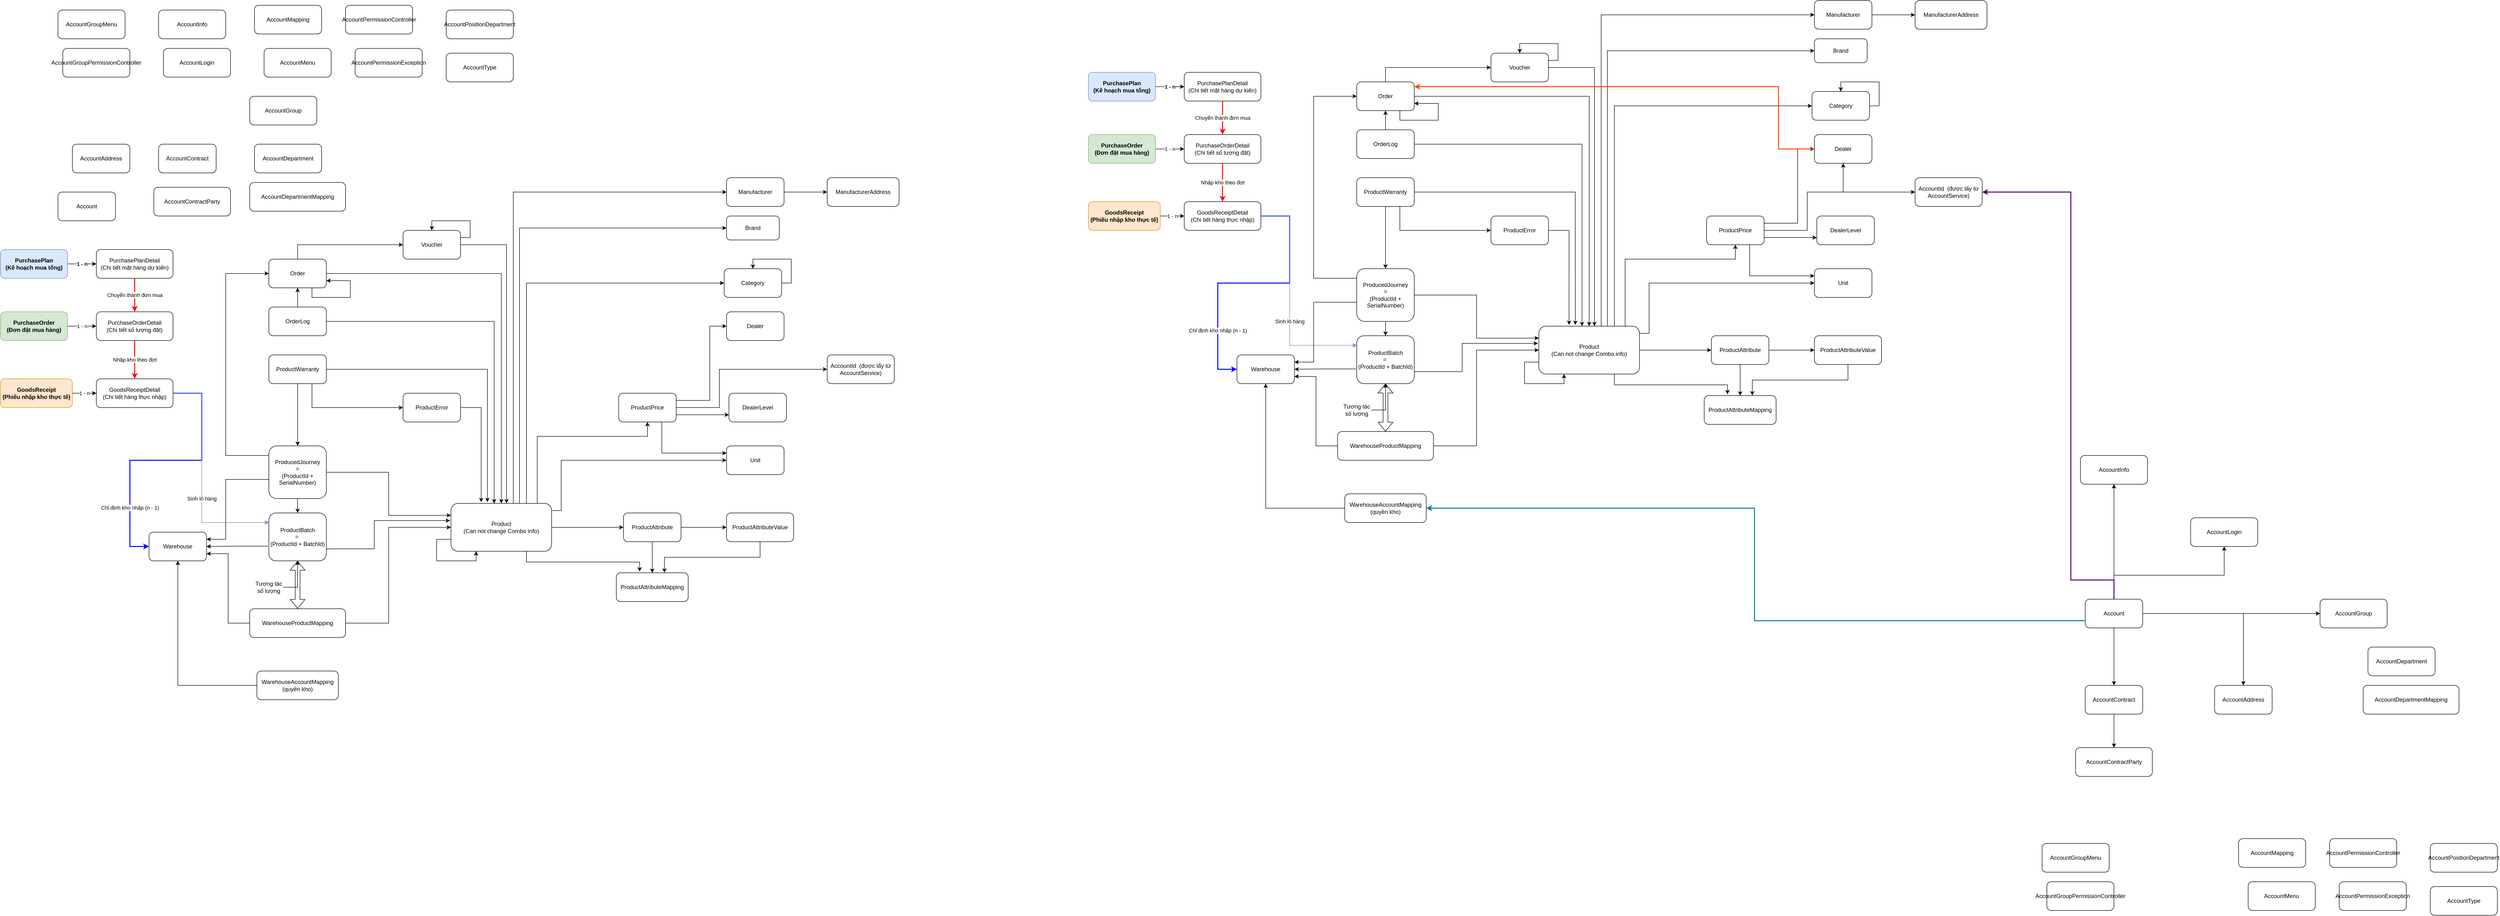
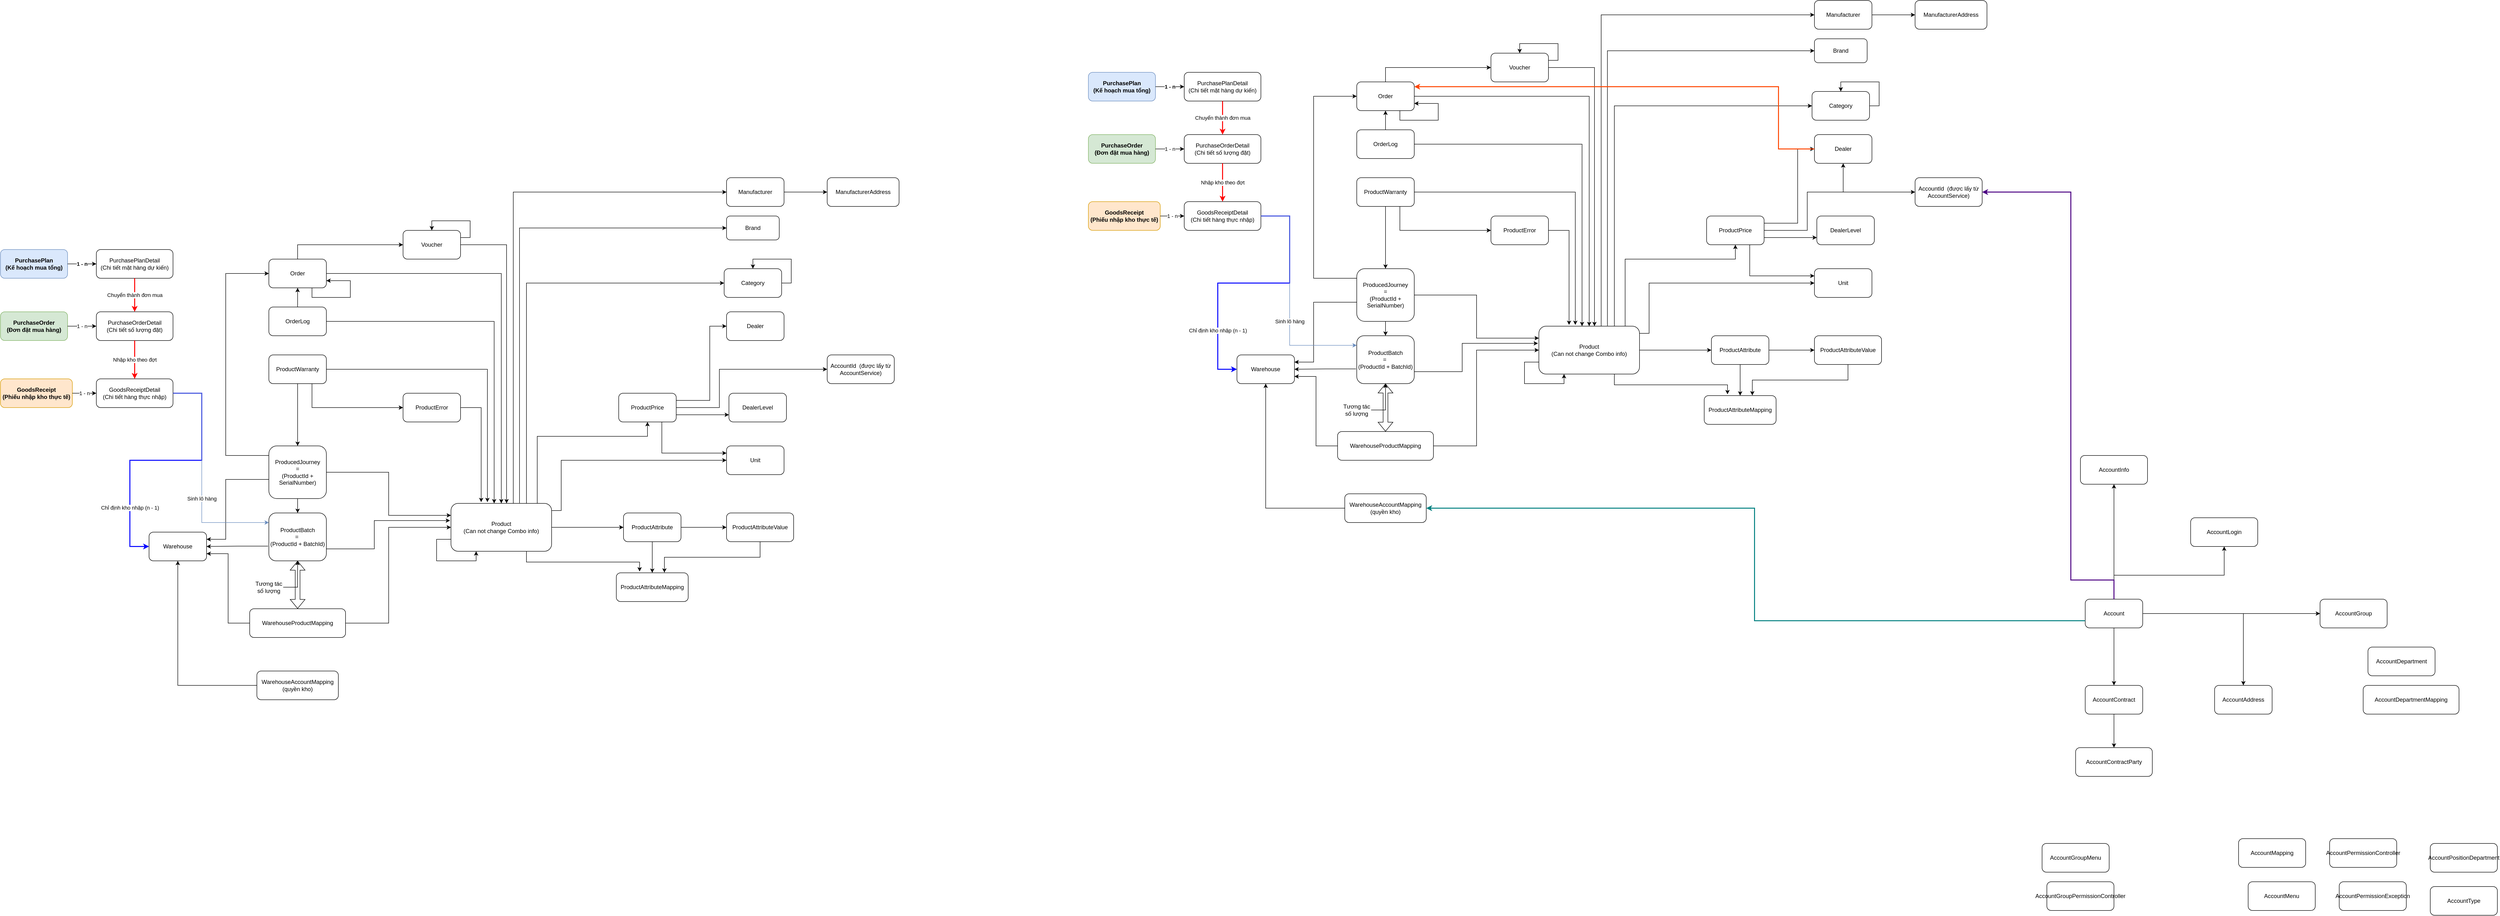
<mxfile host="app.diagrams.net">
  <diagram name="Page-1" id="X3Ej7SneoA_IpZ1JLyMx">
-     <mxGraphModel dx="6560" dy="115027" grid="1" gridSize="10" guides="1" tooltips="1" connect="1" arrows="1" fold="1" page="1" pageScale="1" pageWidth="18500" pageHeight="111000" math="0" shadow="0">
+     <mxGraphModel dx="3280" dy="113013" grid="1" gridSize="10" guides="1" tooltips="1" connect="1" arrows="1" fold="1" page="1" pageScale="1" pageWidth="18500" pageHeight="111000" math="0" shadow="0">
      <root>
        <mxCell id="0" />
        <mxCell id="1" parent="0" />
        <mxCell id="bRXCoPtnCOos5vHUt3nM-4" parent="1" style="rounded=1;whiteSpace=wrap;html=1;" value="Brand" vertex="1">
          <mxGeometry height="50" width="110" x="1625" y="160" as="geometry" />
        </mxCell>
        <mxCell id="bRXCoPtnCOos5vHUt3nM-5" parent="1" style="rounded=1;whiteSpace=wrap;html=1;" value="Category" vertex="1">
          <mxGeometry height="60" width="120" x="1620" y="270" as="geometry" />
        </mxCell>
        <mxCell id="bRXCoPtnCOos5vHUt3nM-6" parent="1" style="rounded=1;whiteSpace=wrap;html=1;" value="Dealer" vertex="1">
          <mxGeometry height="60" width="120" x="1625" y="360" as="geometry" />
        </mxCell>
        <mxCell id="bRXCoPtnCOos5vHUt3nM-7" parent="1" style="rounded=1;whiteSpace=wrap;html=1;" value="AccountId&amp;nbsp; (được lấy từ AccountService)" vertex="1">
          <mxGeometry height="60" width="140" x="1835" y="450" as="geometry" />
        </mxCell>
        <mxCell id="bRXCoPtnCOos5vHUt3nM-8" parent="1" style="rounded=1;whiteSpace=wrap;html=1;" value="DealerLevel" vertex="1">
          <mxGeometry height="60" width="120" x="1630" y="530" as="geometry" />
        </mxCell>
        <mxCell id="n3FyrpiHLGzsT291LhVI-31" edge="1" parent="1" source="bRXCoPtnCOos5vHUt3nM-11" style="edgeStyle=orthogonalEdgeStyle;rounded=0;orthogonalLoop=1;jettySize=auto;html=1;exitX=1;exitY=0.5;exitDx=0;exitDy=0;entryX=0;entryY=0.5;entryDx=0;entryDy=0;" target="bRXCoPtnCOos5vHUt3nM-12">
          <mxGeometry relative="1" as="geometry" />
        </mxCell>
        <mxCell id="bRXCoPtnCOos5vHUt3nM-11" parent="1" style="rounded=1;whiteSpace=wrap;html=1;" value="Manufacturer" vertex="1">
          <mxGeometry height="60" width="120" x="1625" y="80" as="geometry" />
        </mxCell>
        <mxCell id="bRXCoPtnCOos5vHUt3nM-12" parent="1" style="rounded=1;whiteSpace=wrap;html=1;" value="ManufacturerAddress" vertex="1">
          <mxGeometry height="60" width="150" x="1835" y="80" as="geometry" />
        </mxCell>
        <mxCell id="n3FyrpiHLGzsT291LhVI-44" edge="1" parent="1" source="bRXCoPtnCOos5vHUt3nM-13" style="edgeStyle=orthogonalEdgeStyle;rounded=0;orthogonalLoop=1;jettySize=auto;html=1;exitX=0.5;exitY=0;exitDx=0;exitDy=0;entryX=0;entryY=0.5;entryDx=0;entryDy=0;" target="n3FyrpiHLGzsT291LhVI-9">
          <mxGeometry relative="1" as="geometry">
            <Array as="points">
              <mxPoint x="730" y="220" />
            </Array>
          </mxGeometry>
        </mxCell>
        <mxCell id="n3FyrpiHLGzsT291LhVI-49" edge="1" parent="1" source="bRXCoPtnCOos5vHUt3nM-13" style="edgeStyle=orthogonalEdgeStyle;rounded=0;orthogonalLoop=1;jettySize=auto;html=1;exitX=1;exitY=0.5;exitDx=0;exitDy=0;entryX=0.5;entryY=0;entryDx=0;entryDy=0;" target="bRXCoPtnCOos5vHUt3nM-16">
          <mxGeometry relative="1" as="geometry">
            <Array as="points">
              <mxPoint x="1155" y="280" />
            </Array>
          </mxGeometry>
        </mxCell>
        <mxCell id="bRXCoPtnCOos5vHUt3nM-13" parent="1" style="rounded=1;whiteSpace=wrap;html=1;" value="Order" vertex="1">
          <mxGeometry height="60" width="120" x="670" y="250" as="geometry" />
        </mxCell>
        <mxCell id="n3FyrpiHLGzsT291LhVI-45" edge="1" parent="1" source="bRXCoPtnCOos5vHUt3nM-14" style="edgeStyle=orthogonalEdgeStyle;rounded=0;orthogonalLoop=1;jettySize=auto;html=1;exitX=0;exitY=0.5;exitDx=0;exitDy=0;" target="bRXCoPtnCOos5vHUt3nM-13">
          <mxGeometry relative="1" as="geometry" />
        </mxCell>
        <mxCell id="bRXCoPtnCOos5vHUt3nM-14" parent="1" style="rounded=1;whiteSpace=wrap;html=1;direction=south;" value="OrderLog" vertex="1">
          <mxGeometry height="60" width="120" x="670" y="350" as="geometry" />
        </mxCell>
        <mxCell id="n3FyrpiHLGzsT291LhVI-33" edge="1" parent="1" source="bRXCoPtnCOos5vHUt3nM-15" style="edgeStyle=orthogonalEdgeStyle;rounded=0;orthogonalLoop=1;jettySize=auto;html=1;exitX=1;exitY=0.5;exitDx=0;exitDy=0;entryX=0;entryY=0.25;entryDx=0;entryDy=0;" target="bRXCoPtnCOos5vHUt3nM-16">
          <mxGeometry relative="1" as="geometry" />
        </mxCell>
        <mxCell id="n3FyrpiHLGzsT291LhVI-35" edge="1" parent="1" source="bRXCoPtnCOos5vHUt3nM-15" style="edgeStyle=orthogonalEdgeStyle;rounded=0;orthogonalLoop=1;jettySize=auto;html=1;exitX=0.5;exitY=1;exitDx=0;exitDy=0;" target="bRXCoPtnCOos5vHUt3nM-20">
          <mxGeometry relative="1" as="geometry" />
        </mxCell>
        <mxCell id="n3FyrpiHLGzsT291LhVI-36" edge="1" parent="1" source="bRXCoPtnCOos5vHUt3nM-15" style="edgeStyle=orthogonalEdgeStyle;rounded=0;orthogonalLoop=1;jettySize=auto;html=1;exitX=0.006;exitY=0.659;exitDx=0;exitDy=0;entryX=1;entryY=0.25;entryDx=0;entryDy=0;exitPerimeter=0;" target="n3FyrpiHLGzsT291LhVI-10">
          <mxGeometry relative="1" as="geometry">
            <Array as="points">
              <mxPoint x="671" y="710" />
              <mxPoint x="580" y="710" />
              <mxPoint x="580" y="835" />
            </Array>
          </mxGeometry>
        </mxCell>
        <mxCell id="n3FyrpiHLGzsT291LhVI-51" edge="1" parent="1" source="bRXCoPtnCOos5vHUt3nM-15" style="edgeStyle=orthogonalEdgeStyle;rounded=0;orthogonalLoop=1;jettySize=auto;html=1;exitX=0;exitY=0.25;exitDx=0;exitDy=0;entryX=0;entryY=0.5;entryDx=0;entryDy=0;" target="bRXCoPtnCOos5vHUt3nM-13">
          <mxGeometry relative="1" as="geometry">
            <Array as="points">
              <mxPoint x="670" y="660" />
              <mxPoint x="580" y="660" />
              <mxPoint x="580" y="280" />
            </Array>
          </mxGeometry>
        </mxCell>
        <mxCell id="bRXCoPtnCOos5vHUt3nM-15" parent="1" style="rounded=1;whiteSpace=wrap;html=1;" value="ProducedJourney&lt;div&gt;&amp;nbsp;=&amp;nbsp;&lt;/div&gt;&lt;div&gt;(ProductId + SerialNumber)&lt;/div&gt;" vertex="1">
          <mxGeometry height="110" width="120" x="670" y="640" as="geometry" />
        </mxCell>
        <mxCell id="n3FyrpiHLGzsT291LhVI-14" edge="1" parent="1" source="bRXCoPtnCOos5vHUt3nM-16" style="edgeStyle=orthogonalEdgeStyle;rounded=0;orthogonalLoop=1;jettySize=auto;html=1;exitX=1;exitY=0.5;exitDx=0;exitDy=0;entryX=0;entryY=0.5;entryDx=0;entryDy=0;" target="bRXCoPtnCOos5vHUt3nM-17">
          <mxGeometry relative="1" as="geometry" />
        </mxCell>
        <mxCell id="n3FyrpiHLGzsT291LhVI-16" edge="1" parent="1" source="bRXCoPtnCOos5vHUt3nM-16" style="edgeStyle=orthogonalEdgeStyle;rounded=0;orthogonalLoop=1;jettySize=auto;html=1;exitX=0.75;exitY=1;exitDx=0;exitDy=0;entryX=0.324;entryY=-0.046;entryDx=0;entryDy=0;entryPerimeter=0;" target="bRXCoPtnCOos5vHUt3nM-18">
          <mxGeometry relative="1" as="geometry" />
        </mxCell>
        <mxCell id="n3FyrpiHLGzsT291LhVI-19" edge="1" parent="1" source="bRXCoPtnCOos5vHUt3nM-16" style="edgeStyle=orthogonalEdgeStyle;rounded=0;orthogonalLoop=1;jettySize=auto;html=1;exitX=0.75;exitY=0;exitDx=0;exitDy=0;entryX=0.5;entryY=1;entryDx=0;entryDy=0;" target="n3FyrpiHLGzsT291LhVI-1">
          <mxGeometry relative="1" as="geometry">
            <Array as="points">
              <mxPoint x="1230" y="620" />
              <mxPoint x="1460" y="620" />
            </Array>
          </mxGeometry>
        </mxCell>
        <mxCell id="n3FyrpiHLGzsT291LhVI-25" edge="1" parent="1" source="bRXCoPtnCOos5vHUt3nM-16" style="edgeStyle=orthogonalEdgeStyle;rounded=0;orthogonalLoop=1;jettySize=auto;html=1;exitX=0.75;exitY=0;exitDx=0;exitDy=0;entryX=0;entryY=0.5;entryDx=0;entryDy=0;" target="bRXCoPtnCOos5vHUt3nM-5">
          <mxGeometry relative="1" as="geometry" />
        </mxCell>
        <mxCell id="n3FyrpiHLGzsT291LhVI-27" edge="1" parent="1" source="bRXCoPtnCOos5vHUt3nM-16" style="edgeStyle=orthogonalEdgeStyle;rounded=0;orthogonalLoop=1;jettySize=auto;html=1;exitX=0.681;exitY=-0.007;exitDx=0;exitDy=0;entryX=0;entryY=0.5;entryDx=0;entryDy=0;exitPerimeter=0;" target="bRXCoPtnCOos5vHUt3nM-4">
          <mxGeometry relative="1" as="geometry" />
        </mxCell>
        <mxCell id="n3FyrpiHLGzsT291LhVI-28" edge="1" parent="1" source="bRXCoPtnCOos5vHUt3nM-16" style="edgeStyle=orthogonalEdgeStyle;rounded=0;orthogonalLoop=1;jettySize=auto;html=1;exitX=1;exitY=0.25;exitDx=0;exitDy=0;entryX=0;entryY=0.5;entryDx=0;entryDy=0;" target="n3FyrpiHLGzsT291LhVI-8">
          <mxGeometry relative="1" as="geometry">
            <Array as="points">
              <mxPoint x="1280" y="775" />
              <mxPoint x="1280" y="670" />
            </Array>
          </mxGeometry>
        </mxCell>
        <mxCell id="n3FyrpiHLGzsT291LhVI-47" edge="1" parent="1" source="bRXCoPtnCOos5vHUt3nM-16" style="edgeStyle=orthogonalEdgeStyle;rounded=0;orthogonalLoop=1;jettySize=auto;html=1;exitX=0.636;exitY=0.013;exitDx=0;exitDy=0;entryX=0;entryY=0.5;entryDx=0;entryDy=0;exitPerimeter=0;" target="bRXCoPtnCOos5vHUt3nM-11">
          <mxGeometry relative="1" as="geometry">
            <Array as="points">
              <mxPoint x="1180" y="761" />
              <mxPoint x="1180" y="110" />
            </Array>
          </mxGeometry>
        </mxCell>
        <mxCell id="bRXCoPtnCOos5vHUt3nM-16" parent="1" style="rounded=1;whiteSpace=wrap;html=1;" value="Product&lt;div&gt;(Can not change Combo info)&lt;/div&gt;" vertex="1">
          <mxGeometry height="100" width="210" x="1050" y="760" as="geometry" />
        </mxCell>
        <mxCell id="n3FyrpiHLGzsT291LhVI-15" edge="1" parent="1" source="bRXCoPtnCOos5vHUt3nM-17" style="edgeStyle=orthogonalEdgeStyle;rounded=0;orthogonalLoop=1;jettySize=auto;html=1;exitX=1;exitY=0.5;exitDx=0;exitDy=0;entryX=0;entryY=0.5;entryDx=0;entryDy=0;" target="bRXCoPtnCOos5vHUt3nM-19">
          <mxGeometry relative="1" as="geometry" />
        </mxCell>
        <mxCell id="n3FyrpiHLGzsT291LhVI-17" edge="1" parent="1" source="bRXCoPtnCOos5vHUt3nM-17" style="edgeStyle=orthogonalEdgeStyle;rounded=0;orthogonalLoop=1;jettySize=auto;html=1;exitX=0.5;exitY=1;exitDx=0;exitDy=0;entryX=0.5;entryY=0;entryDx=0;entryDy=0;" target="bRXCoPtnCOos5vHUt3nM-18">
          <mxGeometry relative="1" as="geometry" />
        </mxCell>
        <mxCell id="bRXCoPtnCOos5vHUt3nM-17" parent="1" style="rounded=1;whiteSpace=wrap;html=1;" value="ProductAttribute" vertex="1">
          <mxGeometry height="60" width="120" x="1410" y="780" as="geometry" />
        </mxCell>
        <mxCell id="bRXCoPtnCOos5vHUt3nM-18" parent="1" style="rounded=1;whiteSpace=wrap;html=1;" value="ProductAttributeMapping" vertex="1">
          <mxGeometry height="60" width="150" x="1395" y="905" as="geometry" />
        </mxCell>
        <mxCell id="bRXCoPtnCOos5vHUt3nM-19" parent="1" style="rounded=1;whiteSpace=wrap;html=1;" value="ProductAttributeValue" vertex="1">
          <mxGeometry height="60" width="140" x="1625" y="780" as="geometry" />
        </mxCell>
        <mxCell id="n3FyrpiHLGzsT291LhVI-37" edge="1" parent="1" source="bRXCoPtnCOos5vHUt3nM-20" style="edgeStyle=orthogonalEdgeStyle;rounded=0;orthogonalLoop=1;jettySize=auto;html=1;exitX=-0.014;exitY=0.692;exitDx=0;exitDy=0;entryX=1;entryY=0.5;entryDx=0;entryDy=0;exitPerimeter=0;" target="n3FyrpiHLGzsT291LhVI-10">
          <mxGeometry relative="1" as="geometry" />
        </mxCell>
        <mxCell id="bRXCoPtnCOos5vHUt3nM-20" parent="1" style="rounded=1;whiteSpace=wrap;html=1;" value="ProductBatch&lt;div&gt;=&amp;nbsp;&lt;/div&gt;&lt;div&gt;(ProductId + BatchId)&lt;/div&gt;" vertex="1">
          <mxGeometry height="100" width="120" x="670" y="780" as="geometry" />
        </mxCell>
        <mxCell id="bRXCoPtnCOos5vHUt3nM-21" parent="1" style="rounded=1;whiteSpace=wrap;html=1;" value="ProductError" vertex="1">
          <mxGeometry height="60" width="120" x="950" y="530" as="geometry" />
        </mxCell>
        <mxCell id="n3FyrpiHLGzsT291LhVI-21" edge="1" parent="1" source="n3FyrpiHLGzsT291LhVI-1" style="edgeStyle=orthogonalEdgeStyle;rounded=0;orthogonalLoop=1;jettySize=auto;html=1;exitX=1;exitY=0.75;exitDx=0;exitDy=0;entryX=0;entryY=0.75;entryDx=0;entryDy=0;" target="bRXCoPtnCOos5vHUt3nM-8">
          <mxGeometry relative="1" as="geometry" />
        </mxCell>
        <mxCell id="n3FyrpiHLGzsT291LhVI-22" edge="1" parent="1" source="n3FyrpiHLGzsT291LhVI-1" style="edgeStyle=orthogonalEdgeStyle;rounded=0;orthogonalLoop=1;jettySize=auto;html=1;exitX=1;exitY=0.5;exitDx=0;exitDy=0;entryX=0;entryY=0.5;entryDx=0;entryDy=0;" target="bRXCoPtnCOos5vHUt3nM-7">
          <mxGeometry relative="1" as="geometry">
            <Array as="points">
              <mxPoint x="1610" y="560" />
              <mxPoint x="1610" y="480" />
            </Array>
          </mxGeometry>
        </mxCell>
        <mxCell id="n3FyrpiHLGzsT291LhVI-23" edge="1" parent="1" source="n3FyrpiHLGzsT291LhVI-1" style="edgeStyle=orthogonalEdgeStyle;rounded=0;orthogonalLoop=1;jettySize=auto;html=1;exitX=1;exitY=0.25;exitDx=0;exitDy=0;entryX=0;entryY=0.5;entryDx=0;entryDy=0;" target="bRXCoPtnCOos5vHUt3nM-6">
          <mxGeometry relative="1" as="geometry">
            <Array as="points">
              <mxPoint x="1590" y="545" />
              <mxPoint x="1590" y="390" />
            </Array>
          </mxGeometry>
        </mxCell>
        <mxCell id="n3FyrpiHLGzsT291LhVI-56" edge="1" parent="1" source="n3FyrpiHLGzsT291LhVI-1" style="edgeStyle=orthogonalEdgeStyle;rounded=0;orthogonalLoop=1;jettySize=auto;html=1;exitX=0.75;exitY=1;exitDx=0;exitDy=0;entryX=0;entryY=0.25;entryDx=0;entryDy=0;" target="n3FyrpiHLGzsT291LhVI-8">
          <mxGeometry relative="1" as="geometry" />
        </mxCell>
        <mxCell id="n3FyrpiHLGzsT291LhVI-1" parent="1" style="rounded=1;whiteSpace=wrap;html=1;" value="ProductPrice" vertex="1">
          <mxGeometry height="60" width="120" x="1400" y="530" as="geometry" />
        </mxCell>
        <mxCell id="n3FyrpiHLGzsT291LhVI-52" edge="1" parent="1" source="n3FyrpiHLGzsT291LhVI-2" style="edgeStyle=orthogonalEdgeStyle;rounded=0;orthogonalLoop=1;jettySize=auto;html=1;exitX=0.5;exitY=1;exitDx=0;exitDy=0;entryX=0.5;entryY=0;entryDx=0;entryDy=0;" target="bRXCoPtnCOos5vHUt3nM-15">
          <mxGeometry relative="1" as="geometry" />
        </mxCell>
        <mxCell id="n3FyrpiHLGzsT291LhVI-58" edge="1" parent="1" source="n3FyrpiHLGzsT291LhVI-2" style="edgeStyle=orthogonalEdgeStyle;rounded=0;orthogonalLoop=1;jettySize=auto;html=1;exitX=0.75;exitY=1;exitDx=0;exitDy=0;entryX=0;entryY=0.5;entryDx=0;entryDy=0;" target="bRXCoPtnCOos5vHUt3nM-21">
          <mxGeometry relative="1" as="geometry" />
        </mxCell>
        <mxCell id="n3FyrpiHLGzsT291LhVI-2" parent="1" style="rounded=1;whiteSpace=wrap;html=1;" value="ProductWarranty" vertex="1">
          <mxGeometry height="60" width="120" x="670" y="450" as="geometry" />
        </mxCell>
        <mxCell id="n3FyrpiHLGzsT291LhVI-8" parent="1" style="rounded=1;whiteSpace=wrap;html=1;" value="Unit" vertex="1">
          <mxGeometry height="60" width="120" x="1625" y="640" as="geometry" />
        </mxCell>
        <mxCell id="n3FyrpiHLGzsT291LhVI-43" edge="1" parent="1" source="n3FyrpiHLGzsT291LhVI-9" style="edgeStyle=orthogonalEdgeStyle;rounded=0;orthogonalLoop=1;jettySize=auto;html=1;exitX=1;exitY=0.5;exitDx=0;exitDy=0;">
          <mxGeometry relative="1" as="geometry">
            <Array as="points">
              <mxPoint x="1166" y="220" />
            </Array>
            <mxPoint x="1166" y="760" as="targetPoint" />
          </mxGeometry>
        </mxCell>
        <mxCell id="AxulSBX_V0fGFe2LzLWX-1" edge="1" parent="1" source="n3FyrpiHLGzsT291LhVI-9" style="edgeStyle=orthogonalEdgeStyle;rounded=0;orthogonalLoop=1;jettySize=auto;html=1;exitX=1;exitY=0.25;exitDx=0;exitDy=0;innerLoopWaypoints=1;entryX=0.5;entryY=0;entryDx=0;entryDy=0;" target="n3FyrpiHLGzsT291LhVI-9">
          <mxGeometry relative="1" as="geometry">
            <Array as="points">
              <mxPoint x="1090" y="205" />
              <mxPoint x="1090" y="170" />
              <mxPoint x="1010" y="170" />
            </Array>
            <mxPoint x="1030" y="180" as="targetPoint" />
          </mxGeometry>
        </mxCell>
        <mxCell id="n3FyrpiHLGzsT291LhVI-9" parent="1" style="rounded=1;whiteSpace=wrap;html=1;" value="Voucher" vertex="1">
          <mxGeometry height="60" width="120" x="950" y="190" as="geometry" />
        </mxCell>
        <mxCell id="n3FyrpiHLGzsT291LhVI-10" parent="1" style="rounded=1;whiteSpace=wrap;html=1;" value="Warehouse" vertex="1">
          <mxGeometry height="60" width="120" x="420" y="820" as="geometry" />
        </mxCell>
        <mxCell id="n3FyrpiHLGzsT291LhVI-53" edge="1" parent="1" source="n3FyrpiHLGzsT291LhVI-11" style="edgeStyle=orthogonalEdgeStyle;rounded=0;orthogonalLoop=1;jettySize=auto;html=1;exitX=0;exitY=0.5;exitDx=0;exitDy=0;entryX=0.5;entryY=1;entryDx=0;entryDy=0;" target="n3FyrpiHLGzsT291LhVI-10">
          <mxGeometry relative="1" as="geometry" />
        </mxCell>
        <mxCell id="n3FyrpiHLGzsT291LhVI-11" parent="1" style="rounded=1;whiteSpace=wrap;html=1;" value="WarehouseAccountMapping&lt;div&gt;(quyền kho)&lt;/div&gt;" vertex="1">
          <mxGeometry height="60" width="170" x="645" y="1110" as="geometry" />
        </mxCell>
        <mxCell id="n3FyrpiHLGzsT291LhVI-41" edge="1" parent="1" source="n3FyrpiHLGzsT291LhVI-12" style="edgeStyle=orthogonalEdgeStyle;rounded=0;orthogonalLoop=1;jettySize=auto;html=1;exitX=0;exitY=0.5;exitDx=0;exitDy=0;entryX=1;entryY=0.75;entryDx=0;entryDy=0;" target="n3FyrpiHLGzsT291LhVI-10">
          <mxGeometry relative="1" as="geometry" />
        </mxCell>
        <mxCell id="AxulSBX_V0fGFe2LzLWX-5" edge="1" parent="1" source="n3FyrpiHLGzsT291LhVI-12" style="edgeStyle=orthogonalEdgeStyle;rounded=0;orthogonalLoop=1;jettySize=auto;html=1;exitX=1;exitY=0.5;exitDx=0;exitDy=0;entryX=0;entryY=0.5;entryDx=0;entryDy=0;" target="bRXCoPtnCOos5vHUt3nM-16">
          <mxGeometry relative="1" as="geometry">
            <Array as="points">
              <mxPoint x="920" y="1010" />
              <mxPoint x="920" y="810" />
            </Array>
          </mxGeometry>
        </mxCell>
        <mxCell id="n3FyrpiHLGzsT291LhVI-12" parent="1" style="rounded=1;whiteSpace=wrap;html=1;" value="WarehouseProductMapping" vertex="1">
          <mxGeometry height="60" width="200" x="630" y="980" as="geometry" />
        </mxCell>
        <mxCell id="n3FyrpiHLGzsT291LhVI-18" edge="1" parent="1" source="bRXCoPtnCOos5vHUt3nM-19" style="edgeStyle=orthogonalEdgeStyle;rounded=0;orthogonalLoop=1;jettySize=auto;html=1;exitX=0.5;exitY=1;exitDx=0;exitDy=0;entryX=0.669;entryY=-0.007;entryDx=0;entryDy=0;entryPerimeter=0;" target="bRXCoPtnCOos5vHUt3nM-18">
          <mxGeometry relative="1" as="geometry" />
        </mxCell>
        <mxCell id="n3FyrpiHLGzsT291LhVI-24" edge="1" parent="1" source="bRXCoPtnCOos5vHUt3nM-5" style="edgeStyle=orthogonalEdgeStyle;rounded=0;orthogonalLoop=1;jettySize=auto;html=1;exitX=1;exitY=0.5;exitDx=0;exitDy=0;entryX=0.5;entryY=0;entryDx=0;entryDy=0;innerLoopWaypoints=1;" target="bRXCoPtnCOos5vHUt3nM-5">
          <mxGeometry relative="1" as="geometry">
            <Array as="points">
              <mxPoint x="1760" y="300" />
              <mxPoint x="1760" y="250" />
              <mxPoint x="1680" y="250" />
            </Array>
          </mxGeometry>
        </mxCell>
        <mxCell id="n3FyrpiHLGzsT291LhVI-38" edge="1" parent="1" source="n3FyrpiHLGzsT291LhVI-12" style="shape=flexArrow;endArrow=classic;startArrow=classic;html=1;rounded=0;entryX=0.5;entryY=1;entryDx=0;entryDy=0;exitX=0.5;exitY=0;exitDx=0;exitDy=0;" target="bRXCoPtnCOos5vHUt3nM-20" value="">
          <mxGeometry height="100" relative="1" width="100" as="geometry">
            <mxPoint x="650" y="980" as="sourcePoint" />
            <mxPoint x="750" y="880" as="targetPoint" />
          </mxGeometry>
        </mxCell>
        <mxCell id="n3FyrpiHLGzsT291LhVI-40" edge="1" parent="1" source="n3FyrpiHLGzsT291LhVI-39" style="edgeStyle=orthogonalEdgeStyle;rounded=0;orthogonalLoop=1;jettySize=auto;html=1;exitX=1;exitY=0.5;exitDx=0;exitDy=0;entryX=0.5;entryY=1;entryDx=0;entryDy=0;" target="bRXCoPtnCOos5vHUt3nM-20">
          <mxGeometry relative="1" as="geometry" />
        </mxCell>
        <mxCell id="n3FyrpiHLGzsT291LhVI-39" parent="1" style="text;html=1;whiteSpace=wrap;strokeColor=none;fillColor=none;align=center;verticalAlign=middle;rounded=0;" value="Tương tác số lượng" vertex="1">
          <mxGeometry height="30" width="60" x="640" y="920" as="geometry" />
        </mxCell>
        <mxCell id="n3FyrpiHLGzsT291LhVI-46" edge="1" parent="1" source="n3FyrpiHLGzsT291LhVI-2" style="edgeStyle=orthogonalEdgeStyle;rounded=0;orthogonalLoop=1;jettySize=auto;html=1;exitX=1;exitY=0.5;exitDx=0;exitDy=0;entryX=0.362;entryY=-0.026;entryDx=0;entryDy=0;entryPerimeter=0;" target="bRXCoPtnCOos5vHUt3nM-16">
          <mxGeometry relative="1" as="geometry" />
        </mxCell>
        <mxCell id="n3FyrpiHLGzsT291LhVI-50" edge="1" parent="1" source="bRXCoPtnCOos5vHUt3nM-14" style="edgeStyle=orthogonalEdgeStyle;rounded=0;orthogonalLoop=1;jettySize=auto;html=1;exitX=0.5;exitY=0;exitDx=0;exitDy=0;entryX=0.429;entryY=0;entryDx=0;entryDy=0;entryPerimeter=0;" target="bRXCoPtnCOos5vHUt3nM-16">
          <mxGeometry relative="1" as="geometry" />
        </mxCell>
        <mxCell id="n3FyrpiHLGzsT291LhVI-57" edge="1" parent="1" source="bRXCoPtnCOos5vHUt3nM-21" style="edgeStyle=orthogonalEdgeStyle;rounded=0;orthogonalLoop=1;jettySize=auto;html=1;exitX=1;exitY=0.5;exitDx=0;exitDy=0;entryX=0.3;entryY=-0.026;entryDx=0;entryDy=0;entryPerimeter=0;" target="bRXCoPtnCOos5vHUt3nM-16">
          <mxGeometry relative="1" as="geometry" />
        </mxCell>
        <mxCell id="PWnPaHJ6BF9YL0BDL13Q-1" parent="1" style="rounded=1;whiteSpace=wrap;html=1;fillColor=#dae8fc;strokeColor=#6c8ebf;fontStyle=1;" value="PurchasePlan&#xa;(Kế hoạch mua tổng)" vertex="1">
          <mxGeometry height="60" width="140" x="110" y="230" as="geometry" />
        </mxCell>
        <mxCell id="PWnPaHJ6BF9YL0BDL13Q-2" parent="1" style="rounded=1;whiteSpace=wrap;html=1;" value="PurchasePlanDetail&#xa;(Chi tiết mặt hàng dự kiến)" vertex="1">
          <mxGeometry height="60" width="160" x="310" y="230" as="geometry" />
        </mxCell>
        <mxCell id="PWnPaHJ6BF9YL0BDL13Q-3" edge="1" parent="1" source="PWnPaHJ6BF9YL0BDL13Q-1" style="edgeStyle=orthogonalEdgeStyle;rounded=0;html=1;fontStyle=1;" target="PWnPaHJ6BF9YL0BDL13Q-2" value="1 - n">
          <mxGeometry relative="1" as="geometry" />
        </mxCell>
        <mxCell id="PWnPaHJ6BF9YL0BDL13Q-4" parent="1" style="rounded=1;whiteSpace=wrap;html=1;fillColor=#d5e8d4;strokeColor=#82b366;fontStyle=1;" value="PurchaseOrder&#xa;(Đơn đặt mua hàng)" vertex="1">
          <mxGeometry height="60" width="140" x="110" y="360" as="geometry" />
        </mxCell>
        <mxCell id="PWnPaHJ6BF9YL0BDL13Q-5" parent="1" style="rounded=1;whiteSpace=wrap;html=1;" value="PurchaseOrderDetail&#xa;(Chi tiết số lượng đặt)" vertex="1">
          <mxGeometry height="60" width="160" x="310" y="360" as="geometry" />
        </mxCell>
        <mxCell id="PWnPaHJ6BF9YL0BDL13Q-6" edge="1" parent="1" source="PWnPaHJ6BF9YL0BDL13Q-4" style="edgeStyle=orthogonalEdgeStyle;rounded=0;html=1;" target="PWnPaHJ6BF9YL0BDL13Q-5" value="1 - n">
          <mxGeometry relative="1" as="geometry" />
        </mxCell>
        <mxCell id="PWnPaHJ6BF9YL0BDL13Q-7" edge="1" parent="1" source="PWnPaHJ6BF9YL0BDL13Q-2" style="edgeStyle=orthogonalEdgeStyle;rounded=0;html=1;strokeWidth=2;strokeColor=#ff0000;" target="PWnPaHJ6BF9YL0BDL13Q-5" value="Chuyển thành đơn mua">
          <mxGeometry relative="1" as="geometry">
            <mxPoint x="390" y="320" as="targetPoint" />
          </mxGeometry>
        </mxCell>
        <mxCell id="PWnPaHJ6BF9YL0BDL13Q-8" parent="1" style="rounded=1;whiteSpace=wrap;html=1;fillColor=#ffe6cc;strokeColor=#d79b00;fontStyle=1;" value="GoodsReceipt&#xa;(Phiếu nhập kho thực tế)" vertex="1">
          <mxGeometry height="60" width="150" x="110" y="500" as="geometry" />
        </mxCell>
        <mxCell id="PWnPaHJ6BF9YL0BDL13Q-9" parent="1" style="rounded=1;whiteSpace=wrap;html=1;" value="GoodsReceiptDetail&#xa;(Chi tiết hàng thực nhập)" vertex="1">
          <mxGeometry height="60" width="160" x="310" y="500" as="geometry" />
        </mxCell>
        <mxCell id="PWnPaHJ6BF9YL0BDL13Q-10" edge="1" parent="1" source="PWnPaHJ6BF9YL0BDL13Q-8" style="edgeStyle=orthogonalEdgeStyle;rounded=0;html=1;" target="PWnPaHJ6BF9YL0BDL13Q-9" value="1 - n">
          <mxGeometry relative="1" as="geometry" />
        </mxCell>
        <mxCell id="PWnPaHJ6BF9YL0BDL13Q-11" edge="1" parent="1" source="PWnPaHJ6BF9YL0BDL13Q-5" style="edgeStyle=orthogonalEdgeStyle;rounded=0;html=1;strokeWidth=2;strokeColor=#ff0000;" target="PWnPaHJ6BF9YL0BDL13Q-9" value="Nhập kho theo đợt">
          <mxGeometry relative="1" as="geometry" />
        </mxCell>
        <mxCell id="PWnPaHJ6BF9YL0BDL13Q-13" edge="1" parent="1" source="PWnPaHJ6BF9YL0BDL13Q-9" style="edgeStyle=orthogonalEdgeStyle;rounded=0;html=1;strokeWidth=2;strokeColor=#0000ff;entryX=0;entryY=0.5;entryDx=0;entryDy=0;exitX=1;exitY=0.5;exitDx=0;exitDy=0;" target="n3FyrpiHLGzsT291LhVI-10" value="Chỉ định kho nhập (n - 1)">
          <mxGeometry relative="1" x="0.5745" as="geometry">
            <mxPoint as="offset" />
            <Array as="points">
              <mxPoint x="530" y="530" />
              <mxPoint x="530" y="670" />
              <mxPoint x="380" y="670" />
              <mxPoint x="380" y="850" />
            </Array>
          </mxGeometry>
        </mxCell>
        <mxCell id="PWnPaHJ6BF9YL0BDL13Q-15" edge="1" parent="1" source="PWnPaHJ6BF9YL0BDL13Q-9" style="edgeStyle=orthogonalEdgeStyle;rounded=0;html=1;strokeWidth=1;strokeColor=#6c8ebf;fillColor=#dae8fc;" value="Sinh lô hàng">
          <mxGeometry relative="1" x="0.1915" as="geometry">
            <mxPoint as="offset" />
            <Array as="points">
              <mxPoint x="530" y="530" />
              <mxPoint x="530" y="800" />
            </Array>
            <mxPoint x="670" y="800" as="targetPoint" />
          </mxGeometry>
        </mxCell>
        <mxCell id="AxulSBX_V0fGFe2LzLWX-2" edge="1" parent="1" source="bRXCoPtnCOos5vHUt3nM-13" style="edgeStyle=orthogonalEdgeStyle;rounded=0;orthogonalLoop=1;jettySize=auto;html=1;innerLoopWaypoints=1;exitX=0.75;exitY=1;exitDx=0;exitDy=0;entryX=1;entryY=0.75;entryDx=0;entryDy=0;" target="bRXCoPtnCOos5vHUt3nM-13">
          <mxGeometry relative="1" as="geometry">
            <Array as="points">
              <mxPoint x="760" y="330" />
              <mxPoint x="840" y="330" />
              <mxPoint x="840" y="295" />
            </Array>
          </mxGeometry>
        </mxCell>
        <mxCell id="AxulSBX_V0fGFe2LzLWX-4" edge="1" parent="1" source="bRXCoPtnCOos5vHUt3nM-20" style="edgeStyle=orthogonalEdgeStyle;rounded=0;orthogonalLoop=1;jettySize=auto;html=1;exitX=1;exitY=0.75;exitDx=0;exitDy=0;entryX=-0.009;entryY=0.359;entryDx=0;entryDy=0;entryPerimeter=0;" target="bRXCoPtnCOos5vHUt3nM-16">
          <mxGeometry relative="1" as="geometry">
            <Array as="points">
              <mxPoint x="890" y="855" />
              <mxPoint x="890" y="796" />
            </Array>
          </mxGeometry>
        </mxCell>
        <mxCell id="AxulSBX_V0fGFe2LzLWX-6" edge="1" parent="1" source="bRXCoPtnCOos5vHUt3nM-16" style="edgeStyle=orthogonalEdgeStyle;rounded=0;orthogonalLoop=1;jettySize=auto;html=1;innerLoopWaypoints=1;exitX=0;exitY=0.75;exitDx=0;exitDy=0;entryX=0.25;entryY=1;entryDx=0;entryDy=0;" target="bRXCoPtnCOos5vHUt3nM-16">
          <mxGeometry relative="1" as="geometry">
            <Array as="points">
              <mxPoint x="1020" y="835" />
              <mxPoint x="1020" y="880" />
              <mxPoint x="1103" y="880" />
            </Array>
          </mxGeometry>
        </mxCell>
-         <mxCell id="hMbl2U-K0152mwasdNm7-2" parent="1" style="rounded=1;whiteSpace=wrap;html=1;" value="&lt;span style=&quot;text-align: left;&quot;&gt;Account&lt;/span&gt;" vertex="1">
-           <mxGeometry height="60" width="120" x="230" y="110" as="geometry" />
-         </mxCell>
-         <mxCell id="hMbl2U-K0152mwasdNm7-4" parent="1" style="rounded=1;whiteSpace=wrap;html=1;" value="&lt;div style=&quot;text-align: left;&quot;&gt;&lt;span style=&quot;background-color: transparent;&quot;&gt;AccountAddress&lt;/span&gt;&lt;/div&gt;" vertex="1">
-           <mxGeometry height="60" width="120" x="260" y="10" as="geometry" />
-         </mxCell>
-         <mxCell id="hMbl2U-K0152mwasdNm7-5" parent="1" style="rounded=1;whiteSpace=wrap;html=1;" value="&lt;div style=&quot;text-align: left;&quot;&gt;AccountContract&lt;/div&gt;" vertex="1">
-           <mxGeometry height="60" width="120" x="440" y="10" as="geometry" />
-         </mxCell>
-         <mxCell id="hMbl2U-K0152mwasdNm7-7" parent="1" style="rounded=1;whiteSpace=wrap;html=1;" value="&lt;div style=&quot;text-align: left;&quot;&gt;AccountContractParty&lt;/div&gt;" vertex="1">
-           <mxGeometry height="60" width="160" x="430" y="100" as="geometry" />
-         </mxCell>
-         <mxCell id="hMbl2U-K0152mwasdNm7-8" parent="1" style="rounded=1;whiteSpace=wrap;html=1;" value="&lt;div style=&quot;text-align: left;&quot;&gt;AccountDepartment&lt;/div&gt;" vertex="1">
-           <mxGeometry height="60" width="140" x="640" y="10" as="geometry" />
-         </mxCell>
-         <mxCell id="hMbl2U-K0152mwasdNm7-9" parent="1" style="rounded=1;whiteSpace=wrap;html=1;" value="&lt;div style=&quot;text-align: left;&quot;&gt;AccountDepartmentMapping&lt;/div&gt;" vertex="1">
-           <mxGeometry height="60" width="200" x="630" y="90" as="geometry" />
-         </mxCell>
-         <mxCell id="hMbl2U-K0152mwasdNm7-11" parent="1" style="rounded=1;whiteSpace=wrap;html=1;" value="&lt;div style=&quot;text-align: left;&quot;&gt;AccountGroup&lt;/div&gt;" vertex="1">
-           <mxGeometry height="60" width="140" x="630" y="-90" as="geometry" />
-         </mxCell>
-         <mxCell id="hMbl2U-K0152mwasdNm7-12" parent="1" style="rounded=1;whiteSpace=wrap;html=1;" value="&lt;div style=&quot;text-align: left;&quot;&gt;AccountGroupMenu&lt;/div&gt;" vertex="1">
-           <mxGeometry height="60" width="140" x="230" y="-270" as="geometry" />
-         </mxCell>
-         <mxCell id="hMbl2U-K0152mwasdNm7-13" parent="1" style="rounded=1;whiteSpace=wrap;html=1;" value="&lt;div style=&quot;text-align: left;&quot;&gt;AccountInfo&lt;/div&gt;" vertex="1">
-           <mxGeometry height="60" width="140" x="440" y="-270" as="geometry" />
-         </mxCell>
-         <mxCell id="hMbl2U-K0152mwasdNm7-14" parent="1" style="rounded=1;whiteSpace=wrap;html=1;" value="&lt;div style=&quot;text-align: left;&quot;&gt;AccountMapping&lt;/div&gt;" vertex="1">
-           <mxGeometry height="60" width="140" x="640" y="-280" as="geometry" />
-         </mxCell>
-         <mxCell id="hMbl2U-K0152mwasdNm7-15" parent="1" style="rounded=1;whiteSpace=wrap;html=1;" value="&lt;div style=&quot;text-align: left;&quot;&gt;AccountPermissionController&lt;/div&gt;" vertex="1">
-           <mxGeometry height="60" width="140" x="830" y="-280" as="geometry" />
-         </mxCell>
-         <mxCell id="hMbl2U-K0152mwasdNm7-16" parent="1" style="rounded=1;whiteSpace=wrap;html=1;" value="&lt;div style=&quot;text-align: left;&quot;&gt;AccountPositionDepartment&lt;/div&gt;" vertex="1">
-           <mxGeometry height="60" width="140" x="1040" y="-270" as="geometry" />
-         </mxCell>
-         <mxCell id="hMbl2U-K0152mwasdNm7-17" parent="1" style="rounded=1;whiteSpace=wrap;html=1;" value="&lt;div style=&quot;text-align: left;&quot;&gt;AccountGroupPermissionController&lt;/div&gt;" vertex="1">
-           <mxGeometry height="60" width="140" x="240" y="-190" as="geometry" />
-         </mxCell>
-         <mxCell id="hMbl2U-K0152mwasdNm7-18" parent="1" style="rounded=1;whiteSpace=wrap;html=1;" value="&lt;div style=&quot;text-align: left;&quot;&gt;AccountLogin&lt;/div&gt;" vertex="1">
-           <mxGeometry height="60" width="140" x="450" y="-190" as="geometry" />
-         </mxCell>
-         <mxCell id="hMbl2U-K0152mwasdNm7-19" parent="1" style="rounded=1;whiteSpace=wrap;html=1;" value="&lt;div style=&quot;text-align: left;&quot;&gt;AccountMenu&lt;/div&gt;" vertex="1">
-           <mxGeometry height="60" width="140" x="660" y="-190" as="geometry" />
-         </mxCell>
-         <mxCell id="hMbl2U-K0152mwasdNm7-20" parent="1" style="rounded=1;whiteSpace=wrap;html=1;" value="&lt;div style=&quot;text-align: left;&quot;&gt;AccountPermissionException&lt;/div&gt;" vertex="1">
-           <mxGeometry height="60" width="140" x="850" y="-190" as="geometry" />
-         </mxCell>
-         <mxCell id="hMbl2U-K0152mwasdNm7-21" parent="1" style="rounded=1;whiteSpace=wrap;html=1;" value="&lt;div style=&quot;text-align: left;&quot;&gt;AccountType&lt;/div&gt;" vertex="1">
-           <mxGeometry height="60" width="140" x="1040" y="-180" as="geometry" />
-         </mxCell>
        <mxCell id="hMbl2U-K0152mwasdNm7-22" parent="1" style="rounded=1;whiteSpace=wrap;html=1;" value="Brand" vertex="1">
          <mxGeometry height="50" width="110" x="3895" y="-210" as="geometry" />
        </mxCell>
        <mxCell id="hMbl2U-K0152mwasdNm7-23" parent="1" style="rounded=1;whiteSpace=wrap;html=1;" value="Category" vertex="1">
          <mxGeometry height="60" width="120" x="3890" y="-100" as="geometry" />
        </mxCell>
        <mxCell id="hMbl2U-K0152mwasdNm7-24" parent="1" style="rounded=1;whiteSpace=wrap;html=1;" value="Dealer" vertex="1">
          <mxGeometry height="60" width="120" x="3895" y="-10" as="geometry" />
        </mxCell>
        <mxCell id="hMbl2U-K0152mwasdNm7-25" parent="1" style="rounded=1;whiteSpace=wrap;html=1;" value="AccountId&amp;nbsp; (được lấy từ AccountService)" vertex="1">
          <mxGeometry height="60" width="140" x="4105" y="80" as="geometry" />
        </mxCell>
        <mxCell id="hMbl2U-K0152mwasdNm7-26" parent="1" style="rounded=1;whiteSpace=wrap;html=1;" value="DealerLevel" vertex="1">
          <mxGeometry height="60" width="120" x="3900" y="160" as="geometry" />
        </mxCell>
        <mxCell id="hMbl2U-K0152mwasdNm7-27" edge="1" parent="1" source="hMbl2U-K0152mwasdNm7-28" style="edgeStyle=orthogonalEdgeStyle;rounded=0;orthogonalLoop=1;jettySize=auto;html=1;exitX=1;exitY=0.5;exitDx=0;exitDy=0;entryX=0;entryY=0.5;entryDx=0;entryDy=0;" target="hMbl2U-K0152mwasdNm7-29">
          <mxGeometry relative="1" as="geometry" />
        </mxCell>
        <mxCell id="hMbl2U-K0152mwasdNm7-28" parent="1" style="rounded=1;whiteSpace=wrap;html=1;" value="Manufacturer" vertex="1">
          <mxGeometry height="60" width="120" x="3895" y="-290" as="geometry" />
        </mxCell>
        <mxCell id="hMbl2U-K0152mwasdNm7-29" parent="1" style="rounded=1;whiteSpace=wrap;html=1;" value="ManufacturerAddress" vertex="1">
          <mxGeometry height="60" width="150" x="4105" y="-290" as="geometry" />
        </mxCell>
        <mxCell id="hMbl2U-K0152mwasdNm7-30" edge="1" parent="1" source="hMbl2U-K0152mwasdNm7-32" style="edgeStyle=orthogonalEdgeStyle;rounded=0;orthogonalLoop=1;jettySize=auto;html=1;exitX=0.5;exitY=0;exitDx=0;exitDy=0;entryX=0;entryY=0.5;entryDx=0;entryDy=0;" target="hMbl2U-K0152mwasdNm7-67">
          <mxGeometry relative="1" as="geometry">
            <Array as="points">
              <mxPoint x="3000" y="-150" />
            </Array>
          </mxGeometry>
        </mxCell>
        <mxCell id="hMbl2U-K0152mwasdNm7-31" edge="1" parent="1" source="hMbl2U-K0152mwasdNm7-32" style="edgeStyle=orthogonalEdgeStyle;rounded=0;orthogonalLoop=1;jettySize=auto;html=1;exitX=1;exitY=0.5;exitDx=0;exitDy=0;entryX=0.5;entryY=0;entryDx=0;entryDy=0;" target="hMbl2U-K0152mwasdNm7-47">
          <mxGeometry relative="1" as="geometry">
            <Array as="points">
              <mxPoint x="3425" y="-90" />
            </Array>
          </mxGeometry>
        </mxCell>
        <mxCell id="hMbl2U-K0152mwasdNm7-32" parent="1" style="rounded=1;whiteSpace=wrap;html=1;" value="Order" vertex="1">
          <mxGeometry height="60" width="120" x="2940" y="-120" as="geometry" />
        </mxCell>
        <mxCell id="hMbl2U-K0152mwasdNm7-33" edge="1" parent="1" source="hMbl2U-K0152mwasdNm7-34" style="edgeStyle=orthogonalEdgeStyle;rounded=0;orthogonalLoop=1;jettySize=auto;html=1;exitX=0;exitY=0.5;exitDx=0;exitDy=0;" target="hMbl2U-K0152mwasdNm7-32">
          <mxGeometry relative="1" as="geometry" />
        </mxCell>
        <mxCell id="hMbl2U-K0152mwasdNm7-34" parent="1" style="rounded=1;whiteSpace=wrap;html=1;direction=south;" value="OrderLog" vertex="1">
          <mxGeometry height="60" width="120" x="2940" y="-20" as="geometry" />
        </mxCell>
        <mxCell id="hMbl2U-K0152mwasdNm7-35" edge="1" parent="1" source="hMbl2U-K0152mwasdNm7-39" style="edgeStyle=orthogonalEdgeStyle;rounded=0;orthogonalLoop=1;jettySize=auto;html=1;exitX=1;exitY=0.5;exitDx=0;exitDy=0;entryX=0;entryY=0.25;entryDx=0;entryDy=0;" target="hMbl2U-K0152mwasdNm7-47">
          <mxGeometry relative="1" as="geometry" />
        </mxCell>
        <mxCell id="hMbl2U-K0152mwasdNm7-36" edge="1" parent="1" source="hMbl2U-K0152mwasdNm7-39" style="edgeStyle=orthogonalEdgeStyle;rounded=0;orthogonalLoop=1;jettySize=auto;html=1;exitX=0.5;exitY=1;exitDx=0;exitDy=0;" target="hMbl2U-K0152mwasdNm7-54">
          <mxGeometry relative="1" as="geometry" />
        </mxCell>
        <mxCell id="hMbl2U-K0152mwasdNm7-37" edge="1" parent="1" source="hMbl2U-K0152mwasdNm7-39" style="edgeStyle=orthogonalEdgeStyle;rounded=0;orthogonalLoop=1;jettySize=auto;html=1;exitX=0.006;exitY=0.659;exitDx=0;exitDy=0;entryX=1;entryY=0.25;entryDx=0;entryDy=0;exitPerimeter=0;" target="hMbl2U-K0152mwasdNm7-68">
          <mxGeometry relative="1" as="geometry">
            <Array as="points">
              <mxPoint x="2941" y="340" />
              <mxPoint x="2850" y="340" />
              <mxPoint x="2850" y="465" />
            </Array>
          </mxGeometry>
        </mxCell>
        <mxCell id="hMbl2U-K0152mwasdNm7-38" edge="1" parent="1" source="hMbl2U-K0152mwasdNm7-39" style="edgeStyle=orthogonalEdgeStyle;rounded=0;orthogonalLoop=1;jettySize=auto;html=1;exitX=0;exitY=0.25;exitDx=0;exitDy=0;entryX=0;entryY=0.5;entryDx=0;entryDy=0;" target="hMbl2U-K0152mwasdNm7-32">
          <mxGeometry relative="1" as="geometry">
            <Array as="points">
              <mxPoint x="2940" y="290" />
              <mxPoint x="2850" y="290" />
              <mxPoint x="2850" y="-90" />
            </Array>
          </mxGeometry>
        </mxCell>
        <mxCell id="hMbl2U-K0152mwasdNm7-39" parent="1" style="rounded=1;whiteSpace=wrap;html=1;" value="ProducedJourney&lt;div&gt;&amp;nbsp;=&amp;nbsp;&lt;/div&gt;&lt;div&gt;(ProductId + SerialNumber)&lt;/div&gt;" vertex="1">
          <mxGeometry height="110" width="120" x="2940" y="270" as="geometry" />
        </mxCell>
        <mxCell id="hMbl2U-K0152mwasdNm7-40" edge="1" parent="1" source="hMbl2U-K0152mwasdNm7-47" style="edgeStyle=orthogonalEdgeStyle;rounded=0;orthogonalLoop=1;jettySize=auto;html=1;exitX=1;exitY=0.5;exitDx=0;exitDy=0;entryX=0;entryY=0.5;entryDx=0;entryDy=0;" target="hMbl2U-K0152mwasdNm7-50">
          <mxGeometry relative="1" as="geometry" />
        </mxCell>
        <mxCell id="hMbl2U-K0152mwasdNm7-41" edge="1" parent="1" source="hMbl2U-K0152mwasdNm7-47" style="edgeStyle=orthogonalEdgeStyle;rounded=0;orthogonalLoop=1;jettySize=auto;html=1;exitX=0.75;exitY=1;exitDx=0;exitDy=0;entryX=0.324;entryY=-0.046;entryDx=0;entryDy=0;entryPerimeter=0;" target="hMbl2U-K0152mwasdNm7-51">
          <mxGeometry relative="1" as="geometry" />
        </mxCell>
        <mxCell id="hMbl2U-K0152mwasdNm7-42" edge="1" parent="1" source="hMbl2U-K0152mwasdNm7-47" style="edgeStyle=orthogonalEdgeStyle;rounded=0;orthogonalLoop=1;jettySize=auto;html=1;exitX=0.75;exitY=0;exitDx=0;exitDy=0;entryX=0.5;entryY=1;entryDx=0;entryDy=0;" target="hMbl2U-K0152mwasdNm7-60">
          <mxGeometry relative="1" as="geometry">
            <Array as="points">
              <mxPoint x="3500" y="250" />
              <mxPoint x="3730" y="250" />
            </Array>
          </mxGeometry>
        </mxCell>
        <mxCell id="hMbl2U-K0152mwasdNm7-43" edge="1" parent="1" source="hMbl2U-K0152mwasdNm7-47" style="edgeStyle=orthogonalEdgeStyle;rounded=0;orthogonalLoop=1;jettySize=auto;html=1;exitX=0.75;exitY=0;exitDx=0;exitDy=0;entryX=0;entryY=0.5;entryDx=0;entryDy=0;" target="hMbl2U-K0152mwasdNm7-23">
          <mxGeometry relative="1" as="geometry" />
        </mxCell>
        <mxCell id="hMbl2U-K0152mwasdNm7-44" edge="1" parent="1" source="hMbl2U-K0152mwasdNm7-47" style="edgeStyle=orthogonalEdgeStyle;rounded=0;orthogonalLoop=1;jettySize=auto;html=1;exitX=0.681;exitY=-0.007;exitDx=0;exitDy=0;entryX=0;entryY=0.5;entryDx=0;entryDy=0;exitPerimeter=0;" target="hMbl2U-K0152mwasdNm7-22">
          <mxGeometry relative="1" as="geometry" />
        </mxCell>
        <mxCell id="hMbl2U-K0152mwasdNm7-45" edge="1" parent="1" source="hMbl2U-K0152mwasdNm7-47" style="edgeStyle=orthogonalEdgeStyle;rounded=0;orthogonalLoop=1;jettySize=auto;html=1;exitX=1;exitY=0.25;exitDx=0;exitDy=0;entryX=0;entryY=0.5;entryDx=0;entryDy=0;" target="hMbl2U-K0152mwasdNm7-64">
          <mxGeometry relative="1" as="geometry">
            <Array as="points">
              <mxPoint x="3550" y="405" />
              <mxPoint x="3550" y="300" />
            </Array>
          </mxGeometry>
        </mxCell>
        <mxCell id="hMbl2U-K0152mwasdNm7-46" edge="1" parent="1" source="hMbl2U-K0152mwasdNm7-47" style="edgeStyle=orthogonalEdgeStyle;rounded=0;orthogonalLoop=1;jettySize=auto;html=1;exitX=0.636;exitY=0.013;exitDx=0;exitDy=0;entryX=0;entryY=0.5;entryDx=0;entryDy=0;exitPerimeter=0;" target="hMbl2U-K0152mwasdNm7-28">
          <mxGeometry relative="1" as="geometry">
            <Array as="points">
              <mxPoint x="3450" y="391" />
              <mxPoint x="3450" y="-260" />
            </Array>
          </mxGeometry>
        </mxCell>
        <mxCell id="hMbl2U-K0152mwasdNm7-47" parent="1" style="rounded=1;whiteSpace=wrap;html=1;" value="Product&lt;div&gt;(Can not change Combo info)&lt;/div&gt;" vertex="1">
          <mxGeometry height="100" width="210" x="3320" y="390" as="geometry" />
        </mxCell>
        <mxCell id="hMbl2U-K0152mwasdNm7-48" edge="1" parent="1" source="hMbl2U-K0152mwasdNm7-50" style="edgeStyle=orthogonalEdgeStyle;rounded=0;orthogonalLoop=1;jettySize=auto;html=1;exitX=1;exitY=0.5;exitDx=0;exitDy=0;entryX=0;entryY=0.5;entryDx=0;entryDy=0;" target="hMbl2U-K0152mwasdNm7-52">
          <mxGeometry relative="1" as="geometry" />
        </mxCell>
        <mxCell id="hMbl2U-K0152mwasdNm7-49" edge="1" parent="1" source="hMbl2U-K0152mwasdNm7-50" style="edgeStyle=orthogonalEdgeStyle;rounded=0;orthogonalLoop=1;jettySize=auto;html=1;exitX=0.5;exitY=1;exitDx=0;exitDy=0;entryX=0.5;entryY=0;entryDx=0;entryDy=0;" target="hMbl2U-K0152mwasdNm7-51">
          <mxGeometry relative="1" as="geometry" />
        </mxCell>
        <mxCell id="hMbl2U-K0152mwasdNm7-50" parent="1" style="rounded=1;whiteSpace=wrap;html=1;" value="ProductAttribute" vertex="1">
          <mxGeometry height="60" width="120" x="3680" y="410" as="geometry" />
        </mxCell>
        <mxCell id="hMbl2U-K0152mwasdNm7-51" parent="1" style="rounded=1;whiteSpace=wrap;html=1;" value="ProductAttributeMapping" vertex="1">
          <mxGeometry height="60" width="150" x="3665" y="535" as="geometry" />
        </mxCell>
        <mxCell id="hMbl2U-K0152mwasdNm7-52" parent="1" style="rounded=1;whiteSpace=wrap;html=1;" value="ProductAttributeValue" vertex="1">
          <mxGeometry height="60" width="140" x="3895" y="410" as="geometry" />
        </mxCell>
        <mxCell id="hMbl2U-K0152mwasdNm7-53" edge="1" parent="1" source="hMbl2U-K0152mwasdNm7-54" style="edgeStyle=orthogonalEdgeStyle;rounded=0;orthogonalLoop=1;jettySize=auto;html=1;exitX=-0.014;exitY=0.692;exitDx=0;exitDy=0;entryX=1;entryY=0.5;entryDx=0;entryDy=0;exitPerimeter=0;" target="hMbl2U-K0152mwasdNm7-68">
          <mxGeometry relative="1" as="geometry" />
        </mxCell>
        <mxCell id="hMbl2U-K0152mwasdNm7-54" parent="1" style="rounded=1;whiteSpace=wrap;html=1;" value="ProductBatch&lt;div&gt;=&amp;nbsp;&lt;/div&gt;&lt;div&gt;(ProductId + BatchId)&lt;/div&gt;" vertex="1">
          <mxGeometry height="100" width="120" x="2940" y="410" as="geometry" />
        </mxCell>
        <mxCell id="hMbl2U-K0152mwasdNm7-55" parent="1" style="rounded=1;whiteSpace=wrap;html=1;" value="ProductError" vertex="1">
          <mxGeometry height="60" width="120" x="3220" y="160" as="geometry" />
        </mxCell>
        <mxCell id="hMbl2U-K0152mwasdNm7-56" edge="1" parent="1" source="hMbl2U-K0152mwasdNm7-60" style="edgeStyle=orthogonalEdgeStyle;rounded=0;orthogonalLoop=1;jettySize=auto;html=1;exitX=1;exitY=0.75;exitDx=0;exitDy=0;entryX=0;entryY=0.75;entryDx=0;entryDy=0;" target="hMbl2U-K0152mwasdNm7-26">
          <mxGeometry relative="1" as="geometry" />
        </mxCell>
        <mxCell id="hMbl2U-K0152mwasdNm7-57" edge="1" parent="1" source="hMbl2U-K0152mwasdNm7-60" style="edgeStyle=orthogonalEdgeStyle;rounded=0;orthogonalLoop=1;jettySize=auto;html=1;exitX=1;exitY=0.5;exitDx=0;exitDy=0;entryX=0;entryY=0.5;entryDx=0;entryDy=0;" target="hMbl2U-K0152mwasdNm7-25">
          <mxGeometry relative="1" as="geometry">
            <Array as="points">
              <mxPoint x="3880" y="190" />
              <mxPoint x="3880" y="110" />
            </Array>
          </mxGeometry>
        </mxCell>
        <mxCell id="hMbl2U-K0152mwasdNm7-58" edge="1" parent="1" source="hMbl2U-K0152mwasdNm7-60" style="edgeStyle=orthogonalEdgeStyle;rounded=0;orthogonalLoop=1;jettySize=auto;html=1;exitX=1;exitY=0.25;exitDx=0;exitDy=0;entryX=0;entryY=0.5;entryDx=0;entryDy=0;" target="hMbl2U-K0152mwasdNm7-24">
          <mxGeometry relative="1" as="geometry">
            <Array as="points">
              <mxPoint x="3860" y="175" />
              <mxPoint x="3860" y="20" />
            </Array>
          </mxGeometry>
        </mxCell>
        <mxCell id="hMbl2U-K0152mwasdNm7-59" edge="1" parent="1" source="hMbl2U-K0152mwasdNm7-60" style="edgeStyle=orthogonalEdgeStyle;rounded=0;orthogonalLoop=1;jettySize=auto;html=1;exitX=0.75;exitY=1;exitDx=0;exitDy=0;entryX=0;entryY=0.25;entryDx=0;entryDy=0;" target="hMbl2U-K0152mwasdNm7-64">
          <mxGeometry relative="1" as="geometry" />
        </mxCell>
        <mxCell id="hMbl2U-K0152mwasdNm7-60" parent="1" style="rounded=1;whiteSpace=wrap;html=1;" value="ProductPrice" vertex="1">
          <mxGeometry height="60" width="120" x="3670" y="160" as="geometry" />
        </mxCell>
        <mxCell id="hMbl2U-K0152mwasdNm7-61" edge="1" parent="1" source="hMbl2U-K0152mwasdNm7-63" style="edgeStyle=orthogonalEdgeStyle;rounded=0;orthogonalLoop=1;jettySize=auto;html=1;exitX=0.5;exitY=1;exitDx=0;exitDy=0;entryX=0.5;entryY=0;entryDx=0;entryDy=0;" target="hMbl2U-K0152mwasdNm7-39">
          <mxGeometry relative="1" as="geometry" />
        </mxCell>
        <mxCell id="hMbl2U-K0152mwasdNm7-62" edge="1" parent="1" source="hMbl2U-K0152mwasdNm7-63" style="edgeStyle=orthogonalEdgeStyle;rounded=0;orthogonalLoop=1;jettySize=auto;html=1;exitX=0.75;exitY=1;exitDx=0;exitDy=0;entryX=0;entryY=0.5;entryDx=0;entryDy=0;" target="hMbl2U-K0152mwasdNm7-55">
          <mxGeometry relative="1" as="geometry" />
        </mxCell>
        <mxCell id="hMbl2U-K0152mwasdNm7-63" parent="1" style="rounded=1;whiteSpace=wrap;html=1;" value="ProductWarranty" vertex="1">
          <mxGeometry height="60" width="120" x="2940" y="80" as="geometry" />
        </mxCell>
        <mxCell id="hMbl2U-K0152mwasdNm7-64" parent="1" style="rounded=1;whiteSpace=wrap;html=1;" value="Unit" vertex="1">
          <mxGeometry height="60" width="120" x="3895" y="270" as="geometry" />
        </mxCell>
        <mxCell id="hMbl2U-K0152mwasdNm7-65" edge="1" parent="1" source="hMbl2U-K0152mwasdNm7-67" style="edgeStyle=orthogonalEdgeStyle;rounded=0;orthogonalLoop=1;jettySize=auto;html=1;exitX=1;exitY=0.5;exitDx=0;exitDy=0;">
          <mxGeometry relative="1" as="geometry">
            <Array as="points">
              <mxPoint x="3436" y="-150" />
            </Array>
            <mxPoint x="3436" y="390" as="targetPoint" />
          </mxGeometry>
        </mxCell>
        <mxCell id="hMbl2U-K0152mwasdNm7-66" edge="1" parent="1" source="hMbl2U-K0152mwasdNm7-67" style="edgeStyle=orthogonalEdgeStyle;rounded=0;orthogonalLoop=1;jettySize=auto;html=1;exitX=1;exitY=0.25;exitDx=0;exitDy=0;innerLoopWaypoints=1;entryX=0.5;entryY=0;entryDx=0;entryDy=0;" target="hMbl2U-K0152mwasdNm7-67">
          <mxGeometry relative="1" as="geometry">
            <Array as="points">
              <mxPoint x="3360" y="-165" />
              <mxPoint x="3360" y="-200" />
              <mxPoint x="3280" y="-200" />
            </Array>
            <mxPoint x="3300" y="-190" as="targetPoint" />
          </mxGeometry>
        </mxCell>
        <mxCell id="hMbl2U-K0152mwasdNm7-67" parent="1" style="rounded=1;whiteSpace=wrap;html=1;" value="Voucher" vertex="1">
          <mxGeometry height="60" width="120" x="3220" y="-180" as="geometry" />
        </mxCell>
        <mxCell id="hMbl2U-K0152mwasdNm7-68" parent="1" style="rounded=1;whiteSpace=wrap;html=1;" value="Warehouse" vertex="1">
          <mxGeometry height="60" width="120" x="2690" y="450" as="geometry" />
        </mxCell>
        <mxCell id="hMbl2U-K0152mwasdNm7-69" edge="1" parent="1" source="hMbl2U-K0152mwasdNm7-70" style="edgeStyle=orthogonalEdgeStyle;rounded=0;orthogonalLoop=1;jettySize=auto;html=1;exitX=0;exitY=0.5;exitDx=0;exitDy=0;entryX=0.5;entryY=1;entryDx=0;entryDy=0;" target="hMbl2U-K0152mwasdNm7-68">
          <mxGeometry relative="1" as="geometry" />
        </mxCell>
        <mxCell id="hMbl2U-K0152mwasdNm7-70" parent="1" style="rounded=1;whiteSpace=wrap;html=1;" value="WarehouseAccountMapping&lt;div&gt;(quyền kho)&lt;/div&gt;" vertex="1">
          <mxGeometry height="60" width="170" x="2915" y="740" as="geometry" />
        </mxCell>
        <mxCell id="hMbl2U-K0152mwasdNm7-71" edge="1" parent="1" source="hMbl2U-K0152mwasdNm7-73" style="edgeStyle=orthogonalEdgeStyle;rounded=0;orthogonalLoop=1;jettySize=auto;html=1;exitX=0;exitY=0.5;exitDx=0;exitDy=0;entryX=1;entryY=0.75;entryDx=0;entryDy=0;" target="hMbl2U-K0152mwasdNm7-68">
          <mxGeometry relative="1" as="geometry" />
        </mxCell>
        <mxCell id="hMbl2U-K0152mwasdNm7-72" edge="1" parent="1" source="hMbl2U-K0152mwasdNm7-73" style="edgeStyle=orthogonalEdgeStyle;rounded=0;orthogonalLoop=1;jettySize=auto;html=1;exitX=1;exitY=0.5;exitDx=0;exitDy=0;entryX=0;entryY=0.5;entryDx=0;entryDy=0;" target="hMbl2U-K0152mwasdNm7-47">
          <mxGeometry relative="1" as="geometry">
            <Array as="points">
              <mxPoint x="3190" y="640" />
              <mxPoint x="3190" y="440" />
            </Array>
          </mxGeometry>
        </mxCell>
        <mxCell id="hMbl2U-K0152mwasdNm7-73" parent="1" style="rounded=1;whiteSpace=wrap;html=1;" value="WarehouseProductMapping" vertex="1">
          <mxGeometry height="60" width="200" x="2900" y="610" as="geometry" />
        </mxCell>
        <mxCell id="hMbl2U-K0152mwasdNm7-74" edge="1" parent="1" source="hMbl2U-K0152mwasdNm7-52" style="edgeStyle=orthogonalEdgeStyle;rounded=0;orthogonalLoop=1;jettySize=auto;html=1;exitX=0.5;exitY=1;exitDx=0;exitDy=0;entryX=0.669;entryY=-0.007;entryDx=0;entryDy=0;entryPerimeter=0;" target="hMbl2U-K0152mwasdNm7-51">
          <mxGeometry relative="1" as="geometry" />
        </mxCell>
        <mxCell id="hMbl2U-K0152mwasdNm7-75" edge="1" parent="1" source="hMbl2U-K0152mwasdNm7-23" style="edgeStyle=orthogonalEdgeStyle;rounded=0;orthogonalLoop=1;jettySize=auto;html=1;exitX=1;exitY=0.5;exitDx=0;exitDy=0;entryX=0.5;entryY=0;entryDx=0;entryDy=0;innerLoopWaypoints=1;" target="hMbl2U-K0152mwasdNm7-23">
          <mxGeometry relative="1" as="geometry">
            <Array as="points">
              <mxPoint x="4030" y="-70" />
              <mxPoint x="4030" y="-120" />
              <mxPoint x="3950" y="-120" />
            </Array>
          </mxGeometry>
        </mxCell>
        <mxCell id="hMbl2U-K0152mwasdNm7-76" edge="1" parent="1" source="hMbl2U-K0152mwasdNm7-73" style="shape=flexArrow;endArrow=classic;startArrow=classic;html=1;rounded=0;entryX=0.5;entryY=1;entryDx=0;entryDy=0;exitX=0.5;exitY=0;exitDx=0;exitDy=0;" target="hMbl2U-K0152mwasdNm7-54" value="">
          <mxGeometry height="100" relative="1" width="100" as="geometry">
            <mxPoint x="2920" y="610" as="sourcePoint" />
            <mxPoint x="3020" y="510" as="targetPoint" />
          </mxGeometry>
        </mxCell>
        <mxCell id="hMbl2U-K0152mwasdNm7-77" edge="1" parent="1" source="hMbl2U-K0152mwasdNm7-78" style="edgeStyle=orthogonalEdgeStyle;rounded=0;orthogonalLoop=1;jettySize=auto;html=1;exitX=1;exitY=0.5;exitDx=0;exitDy=0;entryX=0.5;entryY=1;entryDx=0;entryDy=0;" target="hMbl2U-K0152mwasdNm7-54">
          <mxGeometry relative="1" as="geometry" />
        </mxCell>
        <mxCell id="hMbl2U-K0152mwasdNm7-78" parent="1" style="text;html=1;whiteSpace=wrap;strokeColor=none;fillColor=none;align=center;verticalAlign=middle;rounded=0;" value="Tương tác số lượng" vertex="1">
          <mxGeometry height="30" width="60" x="2910" y="550" as="geometry" />
        </mxCell>
        <mxCell id="hMbl2U-K0152mwasdNm7-79" edge="1" parent="1" source="hMbl2U-K0152mwasdNm7-63" style="edgeStyle=orthogonalEdgeStyle;rounded=0;orthogonalLoop=1;jettySize=auto;html=1;exitX=1;exitY=0.5;exitDx=0;exitDy=0;entryX=0.362;entryY=-0.026;entryDx=0;entryDy=0;entryPerimeter=0;" target="hMbl2U-K0152mwasdNm7-47">
          <mxGeometry relative="1" as="geometry" />
        </mxCell>
        <mxCell id="hMbl2U-K0152mwasdNm7-80" edge="1" parent="1" source="hMbl2U-K0152mwasdNm7-34" style="edgeStyle=orthogonalEdgeStyle;rounded=0;orthogonalLoop=1;jettySize=auto;html=1;exitX=0.5;exitY=0;exitDx=0;exitDy=0;entryX=0.429;entryY=0;entryDx=0;entryDy=0;entryPerimeter=0;" target="hMbl2U-K0152mwasdNm7-47">
          <mxGeometry relative="1" as="geometry" />
        </mxCell>
        <mxCell id="hMbl2U-K0152mwasdNm7-81" edge="1" parent="1" source="hMbl2U-K0152mwasdNm7-55" style="edgeStyle=orthogonalEdgeStyle;rounded=0;orthogonalLoop=1;jettySize=auto;html=1;exitX=1;exitY=0.5;exitDx=0;exitDy=0;entryX=0.3;entryY=-0.026;entryDx=0;entryDy=0;entryPerimeter=0;" target="hMbl2U-K0152mwasdNm7-47">
          <mxGeometry relative="1" as="geometry" />
        </mxCell>
        <mxCell id="hMbl2U-K0152mwasdNm7-82" parent="1" style="rounded=1;whiteSpace=wrap;html=1;fillColor=#dae8fc;strokeColor=#6c8ebf;fontStyle=1;" value="PurchasePlan&#xa;(Kế hoạch mua tổng)" vertex="1">
          <mxGeometry height="60" width="140" x="2380" y="-140" as="geometry" />
        </mxCell>
        <mxCell id="hMbl2U-K0152mwasdNm7-83" parent="1" style="rounded=1;whiteSpace=wrap;html=1;" value="PurchasePlanDetail&#xa;(Chi tiết mặt hàng dự kiến)" vertex="1">
          <mxGeometry height="60" width="160" x="2580" y="-140" as="geometry" />
        </mxCell>
        <mxCell id="hMbl2U-K0152mwasdNm7-84" edge="1" parent="1" source="hMbl2U-K0152mwasdNm7-82" style="edgeStyle=orthogonalEdgeStyle;rounded=0;html=1;fontStyle=1;" target="hMbl2U-K0152mwasdNm7-83" value="1 - n">
          <mxGeometry relative="1" as="geometry" />
        </mxCell>
        <mxCell id="hMbl2U-K0152mwasdNm7-85" parent="1" style="rounded=1;whiteSpace=wrap;html=1;fillColor=#d5e8d4;strokeColor=#82b366;fontStyle=1;" value="PurchaseOrder&#xa;(Đơn đặt mua hàng)" vertex="1">
          <mxGeometry height="60" width="140" x="2380" y="-10" as="geometry" />
        </mxCell>
        <mxCell id="hMbl2U-K0152mwasdNm7-86" parent="1" style="rounded=1;whiteSpace=wrap;html=1;" value="PurchaseOrderDetail&#xa;(Chi tiết số lượng đặt)" vertex="1">
          <mxGeometry height="60" width="160" x="2580" y="-10" as="geometry" />
        </mxCell>
        <mxCell id="hMbl2U-K0152mwasdNm7-87" edge="1" parent="1" source="hMbl2U-K0152mwasdNm7-85" style="edgeStyle=orthogonalEdgeStyle;rounded=0;html=1;" target="hMbl2U-K0152mwasdNm7-86" value="1 - n">
          <mxGeometry relative="1" as="geometry" />
        </mxCell>
        <mxCell id="hMbl2U-K0152mwasdNm7-88" edge="1" parent="1" source="hMbl2U-K0152mwasdNm7-83" style="edgeStyle=orthogonalEdgeStyle;rounded=0;html=1;strokeWidth=2;strokeColor=#ff0000;" target="hMbl2U-K0152mwasdNm7-86" value="Chuyển thành đơn mua">
          <mxGeometry relative="1" as="geometry">
            <mxPoint x="2660" y="-50" as="targetPoint" />
          </mxGeometry>
        </mxCell>
        <mxCell id="hMbl2U-K0152mwasdNm7-89" parent="1" style="rounded=1;whiteSpace=wrap;html=1;fillColor=#ffe6cc;strokeColor=#d79b00;fontStyle=1;" value="GoodsReceipt&#xa;(Phiếu nhập kho thực tế)" vertex="1">
          <mxGeometry height="60" width="150" x="2380" y="130" as="geometry" />
        </mxCell>
        <mxCell id="hMbl2U-K0152mwasdNm7-90" parent="1" style="rounded=1;whiteSpace=wrap;html=1;" value="GoodsReceiptDetail&#xa;(Chi tiết hàng thực nhập)" vertex="1">
          <mxGeometry height="60" width="160" x="2580" y="130" as="geometry" />
        </mxCell>
        <mxCell id="hMbl2U-K0152mwasdNm7-91" edge="1" parent="1" source="hMbl2U-K0152mwasdNm7-89" style="edgeStyle=orthogonalEdgeStyle;rounded=0;html=1;" target="hMbl2U-K0152mwasdNm7-90" value="1 - n">
          <mxGeometry relative="1" as="geometry" />
        </mxCell>
        <mxCell id="hMbl2U-K0152mwasdNm7-92" edge="1" parent="1" source="hMbl2U-K0152mwasdNm7-86" style="edgeStyle=orthogonalEdgeStyle;rounded=0;html=1;strokeWidth=2;strokeColor=#ff0000;" target="hMbl2U-K0152mwasdNm7-90" value="Nhập kho theo đợt">
          <mxGeometry relative="1" as="geometry" />
        </mxCell>
        <mxCell id="hMbl2U-K0152mwasdNm7-93" edge="1" parent="1" source="hMbl2U-K0152mwasdNm7-90" style="edgeStyle=orthogonalEdgeStyle;rounded=0;html=1;strokeWidth=2;strokeColor=#0000ff;entryX=0;entryY=0.5;entryDx=0;entryDy=0;exitX=1;exitY=0.5;exitDx=0;exitDy=0;" target="hMbl2U-K0152mwasdNm7-68" value="Chỉ định kho nhập (n - 1)">
          <mxGeometry relative="1" x="0.5745" as="geometry">
            <mxPoint as="offset" />
            <Array as="points">
              <mxPoint x="2800" y="160" />
              <mxPoint x="2800" y="300" />
              <mxPoint x="2650" y="300" />
              <mxPoint x="2650" y="480" />
            </Array>
          </mxGeometry>
        </mxCell>
        <mxCell id="hMbl2U-K0152mwasdNm7-94" edge="1" parent="1" source="hMbl2U-K0152mwasdNm7-90" style="edgeStyle=orthogonalEdgeStyle;rounded=0;html=1;strokeWidth=1;strokeColor=#6c8ebf;fillColor=#dae8fc;" value="Sinh lô hàng">
          <mxGeometry relative="1" x="0.1915" as="geometry">
            <mxPoint as="offset" />
            <Array as="points">
              <mxPoint x="2800" y="160" />
              <mxPoint x="2800" y="430" />
            </Array>
            <mxPoint x="2940" y="430" as="targetPoint" />
          </mxGeometry>
        </mxCell>
        <mxCell id="hMbl2U-K0152mwasdNm7-95" edge="1" parent="1" source="hMbl2U-K0152mwasdNm7-32" style="edgeStyle=orthogonalEdgeStyle;rounded=0;orthogonalLoop=1;jettySize=auto;html=1;innerLoopWaypoints=1;exitX=0.75;exitY=1;exitDx=0;exitDy=0;entryX=1;entryY=0.75;entryDx=0;entryDy=0;" target="hMbl2U-K0152mwasdNm7-32">
          <mxGeometry relative="1" as="geometry">
            <Array as="points">
              <mxPoint x="3030" y="-40" />
              <mxPoint x="3110" y="-40" />
              <mxPoint x="3110" y="-75" />
            </Array>
          </mxGeometry>
        </mxCell>
        <mxCell id="hMbl2U-K0152mwasdNm7-96" edge="1" parent="1" source="hMbl2U-K0152mwasdNm7-54" style="edgeStyle=orthogonalEdgeStyle;rounded=0;orthogonalLoop=1;jettySize=auto;html=1;exitX=1;exitY=0.75;exitDx=0;exitDy=0;entryX=-0.009;entryY=0.359;entryDx=0;entryDy=0;entryPerimeter=0;" target="hMbl2U-K0152mwasdNm7-47">
          <mxGeometry relative="1" as="geometry">
            <Array as="points">
              <mxPoint x="3160" y="485" />
              <mxPoint x="3160" y="426" />
            </Array>
          </mxGeometry>
        </mxCell>
        <mxCell id="hMbl2U-K0152mwasdNm7-97" edge="1" parent="1" source="hMbl2U-K0152mwasdNm7-47" style="edgeStyle=orthogonalEdgeStyle;rounded=0;orthogonalLoop=1;jettySize=auto;html=1;innerLoopWaypoints=1;exitX=0;exitY=0.75;exitDx=0;exitDy=0;entryX=0.25;entryY=1;entryDx=0;entryDy=0;" target="hMbl2U-K0152mwasdNm7-47">
          <mxGeometry relative="1" as="geometry">
            <Array as="points">
              <mxPoint x="3290" y="465" />
              <mxPoint x="3290" y="510" />
              <mxPoint x="3373" y="510" />
            </Array>
          </mxGeometry>
        </mxCell>
        <mxCell id="hMbl2U-K0152mwasdNm7-98" parent="1" style="rounded=1;whiteSpace=wrap;html=1;" value="&lt;span style=&quot;text-align: left;&quot;&gt;Account&lt;/span&gt;" vertex="1">
          <mxGeometry height="60" width="120" x="4460" y="960" as="geometry" />
        </mxCell>
        <mxCell id="hMbl2U-K0152mwasdNm7-99" parent="1" style="rounded=1;whiteSpace=wrap;html=1;" value="&lt;div style=&quot;text-align: left;&quot;&gt;&lt;span style=&quot;background-color: transparent;&quot;&gt;AccountAddress&lt;/span&gt;&lt;/div&gt;" vertex="1">
          <mxGeometry height="60" width="120" x="4730" y="1140" as="geometry" />
        </mxCell>
        <mxCell id="hMbl2U-K0152mwasdNm7-100" edge="1" parent="1" source="hMbl2U-K0152mwasdNm7-101" style="edgeStyle=orthogonalEdgeStyle;rounded=0;orthogonalLoop=1;jettySize=auto;html=1;entryX=0.5;entryY=0;entryDx=0;entryDy=0;exitX=0.5;exitY=1;exitDx=0;exitDy=0;" target="hMbl2U-K0152mwasdNm7-102">
          <mxGeometry relative="1" as="geometry">
            <Array as="points">
              <mxPoint x="4520" y="1240" />
              <mxPoint x="4520" y="1240" />
            </Array>
          </mxGeometry>
        </mxCell>
        <mxCell id="hMbl2U-K0152mwasdNm7-101" parent="1" style="rounded=1;whiteSpace=wrap;html=1;" value="&lt;div style=&quot;text-align: left;&quot;&gt;AccountContract&lt;/div&gt;" vertex="1">
          <mxGeometry height="60" width="120" x="4460" y="1140" as="geometry" />
        </mxCell>
        <mxCell id="hMbl2U-K0152mwasdNm7-102" parent="1" style="rounded=1;whiteSpace=wrap;html=1;" value="&lt;div style=&quot;text-align: left;&quot;&gt;AccountContractParty&lt;/div&gt;" vertex="1">
          <mxGeometry height="60" width="160" x="4440" y="1270" as="geometry" />
        </mxCell>
        <mxCell id="hMbl2U-K0152mwasdNm7-103" parent="1" style="rounded=1;whiteSpace=wrap;html=1;" value="&lt;div style=&quot;text-align: left;&quot;&gt;AccountDepartment&lt;/div&gt;" vertex="1">
          <mxGeometry height="60" width="140" x="5050" y="1060" as="geometry" />
        </mxCell>
        <mxCell id="hMbl2U-K0152mwasdNm7-104" parent="1" style="rounded=1;whiteSpace=wrap;html=1;" value="&lt;div style=&quot;text-align: left;&quot;&gt;AccountDepartmentMapping&lt;/div&gt;" vertex="1">
          <mxGeometry height="60" width="200" x="5040" y="1140" as="geometry" />
        </mxCell>
        <mxCell id="hMbl2U-K0152mwasdNm7-105" parent="1" style="rounded=1;whiteSpace=wrap;html=1;" value="&lt;div style=&quot;text-align: left;&quot;&gt;AccountGroup&lt;/div&gt;" vertex="1">
          <mxGeometry height="60" width="140" x="4950" y="960" as="geometry" />
        </mxCell>
        <mxCell id="hMbl2U-K0152mwasdNm7-106" parent="1" style="rounded=1;whiteSpace=wrap;html=1;" value="&lt;div style=&quot;text-align: left;&quot;&gt;AccountGroupMenu&lt;/div&gt;" vertex="1">
          <mxGeometry height="60" width="140" x="4370" y="1470" as="geometry" />
        </mxCell>
        <mxCell id="hMbl2U-K0152mwasdNm7-107" parent="1" style="rounded=1;whiteSpace=wrap;html=1;" value="&lt;div style=&quot;text-align: left;&quot;&gt;AccountInfo&lt;/div&gt;" vertex="1">
          <mxGeometry height="60" width="140" x="4450" y="660" as="geometry" />
        </mxCell>
        <mxCell id="hMbl2U-K0152mwasdNm7-108" parent="1" style="rounded=1;whiteSpace=wrap;html=1;" value="&lt;div style=&quot;text-align: left;&quot;&gt;AccountMapping&lt;/div&gt;" vertex="1">
          <mxGeometry height="60" width="140" x="4780" y="1460" as="geometry" />
        </mxCell>
        <mxCell id="hMbl2U-K0152mwasdNm7-109" parent="1" style="rounded=1;whiteSpace=wrap;html=1;" value="&lt;div style=&quot;text-align: left;&quot;&gt;AccountPermissionController&lt;/div&gt;" vertex="1">
          <mxGeometry height="60" width="140" x="4970" y="1460" as="geometry" />
        </mxCell>
        <mxCell id="hMbl2U-K0152mwasdNm7-110" parent="1" style="rounded=1;whiteSpace=wrap;html=1;" value="&lt;div style=&quot;text-align: left;&quot;&gt;AccountPositionDepartment&lt;/div&gt;" vertex="1">
          <mxGeometry height="60" width="140" x="5180" y="1470" as="geometry" />
        </mxCell>
        <mxCell id="hMbl2U-K0152mwasdNm7-111" parent="1" style="rounded=1;whiteSpace=wrap;html=1;" value="&lt;div style=&quot;text-align: left;&quot;&gt;AccountGroupPermissionController&lt;/div&gt;" vertex="1">
          <mxGeometry height="60" width="140" x="4380" y="1550" as="geometry" />
        </mxCell>
        <mxCell id="hMbl2U-K0152mwasdNm7-112" parent="1" style="rounded=1;whiteSpace=wrap;html=1;" value="&lt;div style=&quot;text-align: left;&quot;&gt;AccountLogin&lt;/div&gt;" vertex="1">
          <mxGeometry height="60" width="140" x="4680" y="790" as="geometry" />
        </mxCell>
        <mxCell id="hMbl2U-K0152mwasdNm7-113" parent="1" style="rounded=1;whiteSpace=wrap;html=1;" value="&lt;div style=&quot;text-align: left;&quot;&gt;AccountMenu&lt;/div&gt;" vertex="1">
          <mxGeometry height="60" width="140" x="4800" y="1550" as="geometry" />
        </mxCell>
        <mxCell id="hMbl2U-K0152mwasdNm7-114" parent="1" style="rounded=1;whiteSpace=wrap;html=1;" value="&lt;div style=&quot;text-align: left;&quot;&gt;AccountPermissionException&lt;/div&gt;" vertex="1">
          <mxGeometry height="60" width="140" x="4990" y="1550" as="geometry" />
        </mxCell>
        <mxCell id="hMbl2U-K0152mwasdNm7-115" parent="1" style="rounded=1;whiteSpace=wrap;html=1;" value="&lt;div style=&quot;text-align: left;&quot;&gt;AccountType&lt;/div&gt;" vertex="1">
          <mxGeometry height="60" width="140" x="5180" y="1560" as="geometry" />
        </mxCell>
        <mxCell id="hMbl2U-K0152mwasdNm7-116" edge="1" parent="1" source="hMbl2U-K0152mwasdNm7-98" style="edgeStyle=orthogonalEdgeStyle;rounded=0;html=1;" target="hMbl2U-K0152mwasdNm7-99">
          <mxGeometry relative="1" as="geometry" />
        </mxCell>
        <mxCell id="hMbl2U-K0152mwasdNm7-117" edge="1" parent="1" source="hMbl2U-K0152mwasdNm7-98" style="edgeStyle=orthogonalEdgeStyle;rounded=0;html=1;" target="hMbl2U-K0152mwasdNm7-107">
          <mxGeometry relative="1" as="geometry">
            <Array as="points">
              <mxPoint x="4520" y="710" />
            </Array>
          </mxGeometry>
        </mxCell>
        <mxCell id="hMbl2U-K0152mwasdNm7-118" edge="1" parent="1" source="hMbl2U-K0152mwasdNm7-98" style="edgeStyle=orthogonalEdgeStyle;rounded=0;html=1;" target="hMbl2U-K0152mwasdNm7-112">
          <mxGeometry relative="1" as="geometry">
            <Array as="points">
              <mxPoint x="4520" y="910" />
              <mxPoint x="4750" y="910" />
            </Array>
          </mxGeometry>
        </mxCell>
        <mxCell id="hMbl2U-K0152mwasdNm7-119" edge="1" parent="1" source="hMbl2U-K0152mwasdNm7-98" style="edgeStyle=orthogonalEdgeStyle;rounded=0;html=1;" target="hMbl2U-K0152mwasdNm7-101">
          <mxGeometry relative="1" as="geometry" />
        </mxCell>
        <mxCell id="hMbl2U-K0152mwasdNm7-120" edge="1" parent="1" source="hMbl2U-K0152mwasdNm7-98" style="edgeStyle=orthogonalEdgeStyle;rounded=0;html=1;strokeColor=#008080;strokeWidth=2;exitX=0;exitY=0.75;exitDx=0;exitDy=0;" target="hMbl2U-K0152mwasdNm7-70">
          <mxGeometry relative="1" as="geometry">
            <Array as="points">
              <mxPoint x="3770" y="1005" />
              <mxPoint x="3770" y="770" />
            </Array>
          </mxGeometry>
        </mxCell>
        <mxCell id="hMbl2U-K0152mwasdNm7-121" edge="1" parent="1" source="hMbl2U-K0152mwasdNm7-98" style="edgeStyle=orthogonalEdgeStyle;rounded=0;html=1;strokeColor=#4B0082;strokeWidth=2;" target="hMbl2U-K0152mwasdNm7-25">
          <mxGeometry relative="1" as="geometry">
            <Array as="points">
              <mxPoint x="4520" y="920" />
              <mxPoint x="4430" y="920" />
              <mxPoint x="4430" y="110" />
            </Array>
          </mxGeometry>
        </mxCell>
        <mxCell id="hMbl2U-K0152mwasdNm7-122" edge="1" parent="1" source="hMbl2U-K0152mwasdNm7-25" style="edgeStyle=orthogonalEdgeStyle;rounded=0;html=1;" target="hMbl2U-K0152mwasdNm7-24">
          <mxGeometry relative="1" as="geometry" />
        </mxCell>
        <mxCell id="hMbl2U-K0152mwasdNm7-123" edge="1" parent="1" source="hMbl2U-K0152mwasdNm7-24" style="edgeStyle=orthogonalEdgeStyle;rounded=0;html=1;strokeColor=#FF4500;strokeWidth=2;" target="hMbl2U-K0152mwasdNm7-32">
          <mxGeometry relative="1" as="geometry">
            <Array as="points">
              <mxPoint x="3820" y="20" />
              <mxPoint x="3820" y="-110" />
            </Array>
          </mxGeometry>
        </mxCell>
        <mxCell id="hMbl2U-K0152mwasdNm7-124" edge="1" parent="1" source="hMbl2U-K0152mwasdNm7-98" style="edgeStyle=orthogonalEdgeStyle;rounded=0;html=1;" target="hMbl2U-K0152mwasdNm7-105">
          <mxGeometry relative="1" as="geometry">
            <Array as="points">
              <mxPoint x="4910" y="990" />
              <mxPoint x="4910" y="990" />
            </Array>
          </mxGeometry>
        </mxCell>
      </root>
    </mxGraphModel>
  </diagram>
</mxfile>
